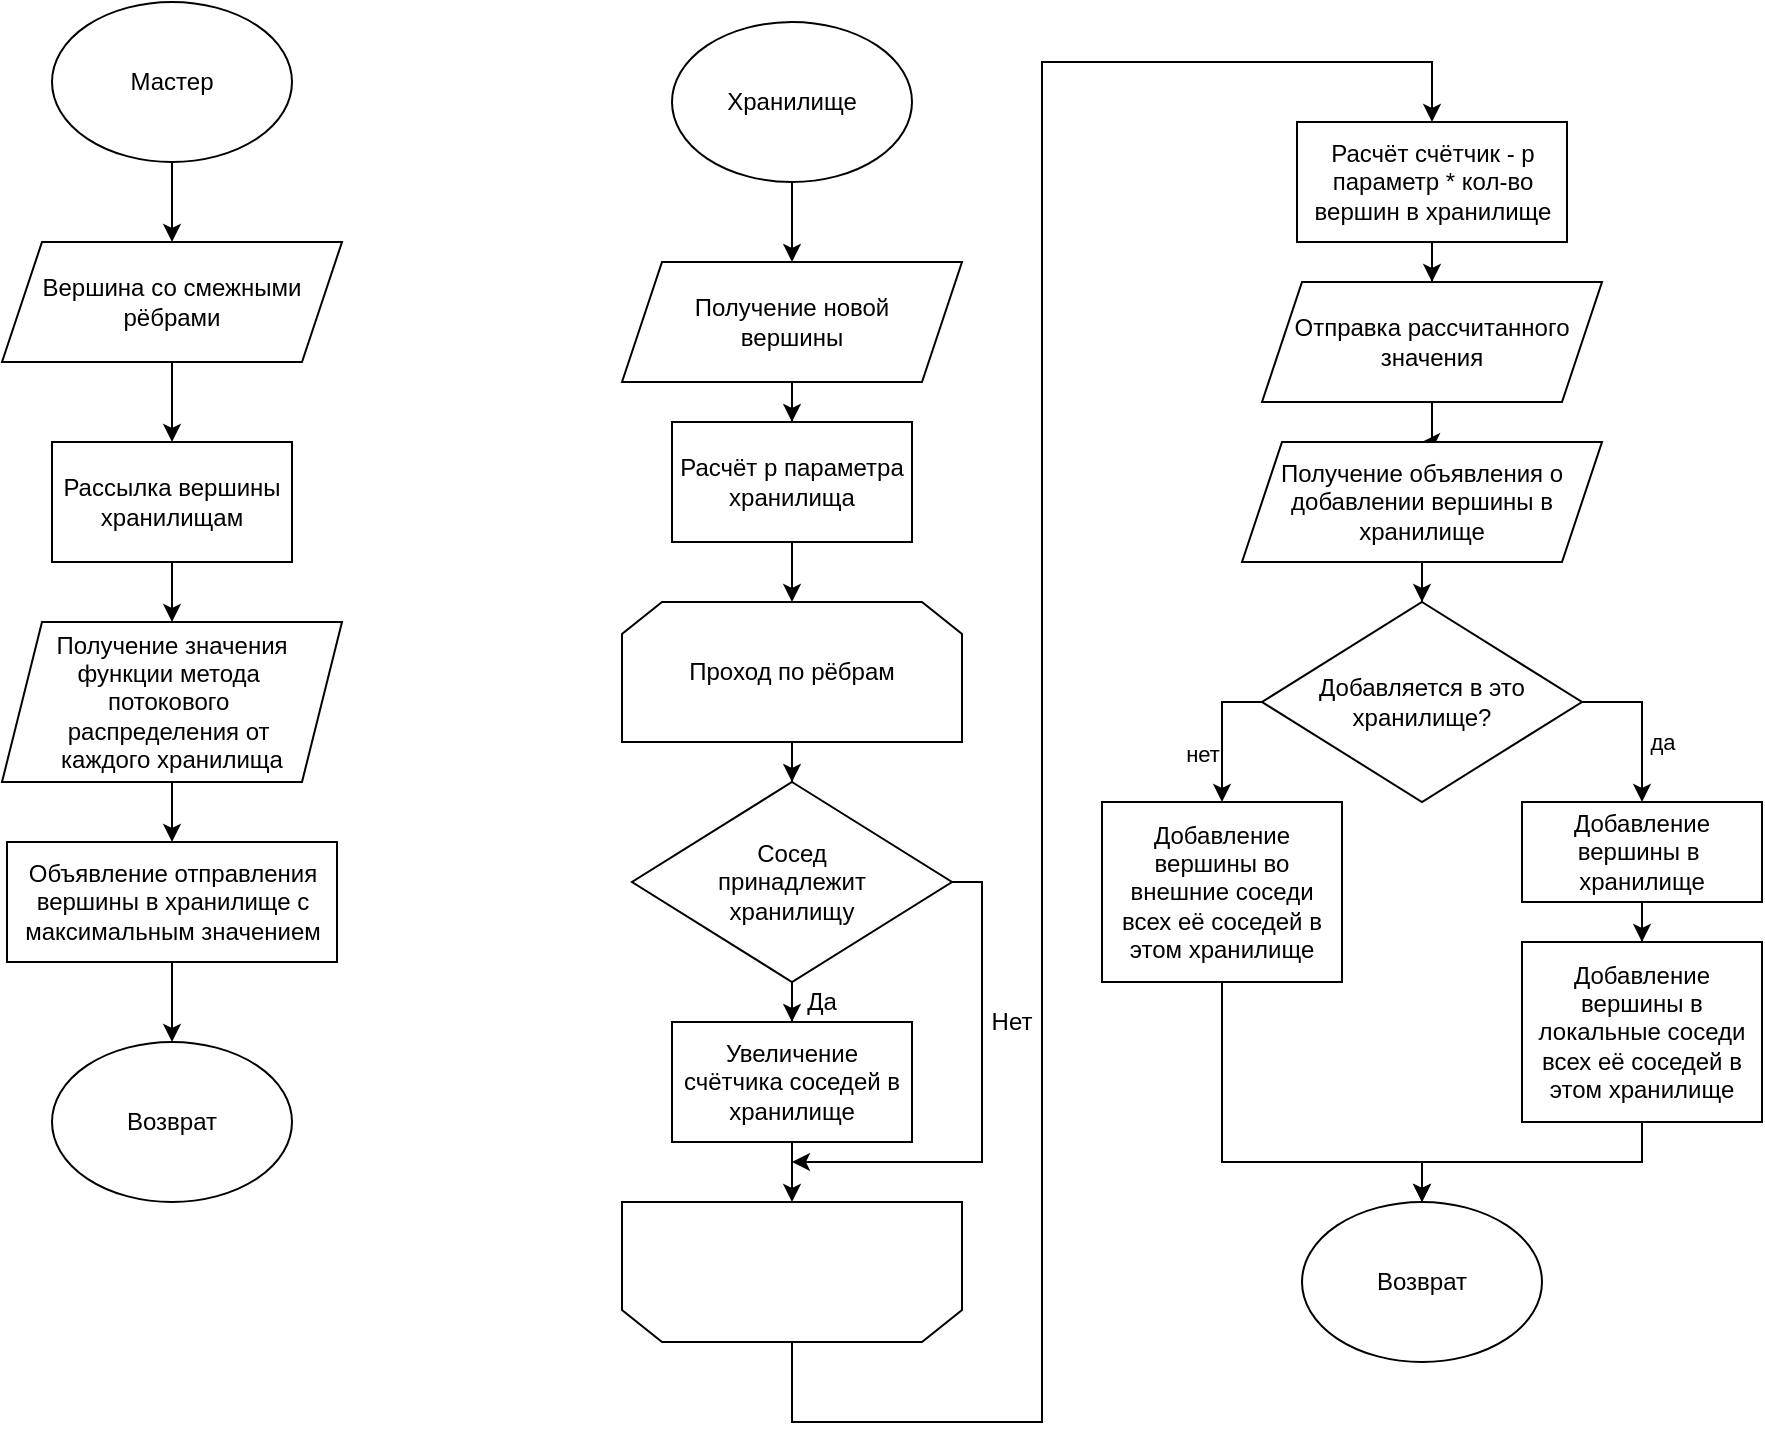
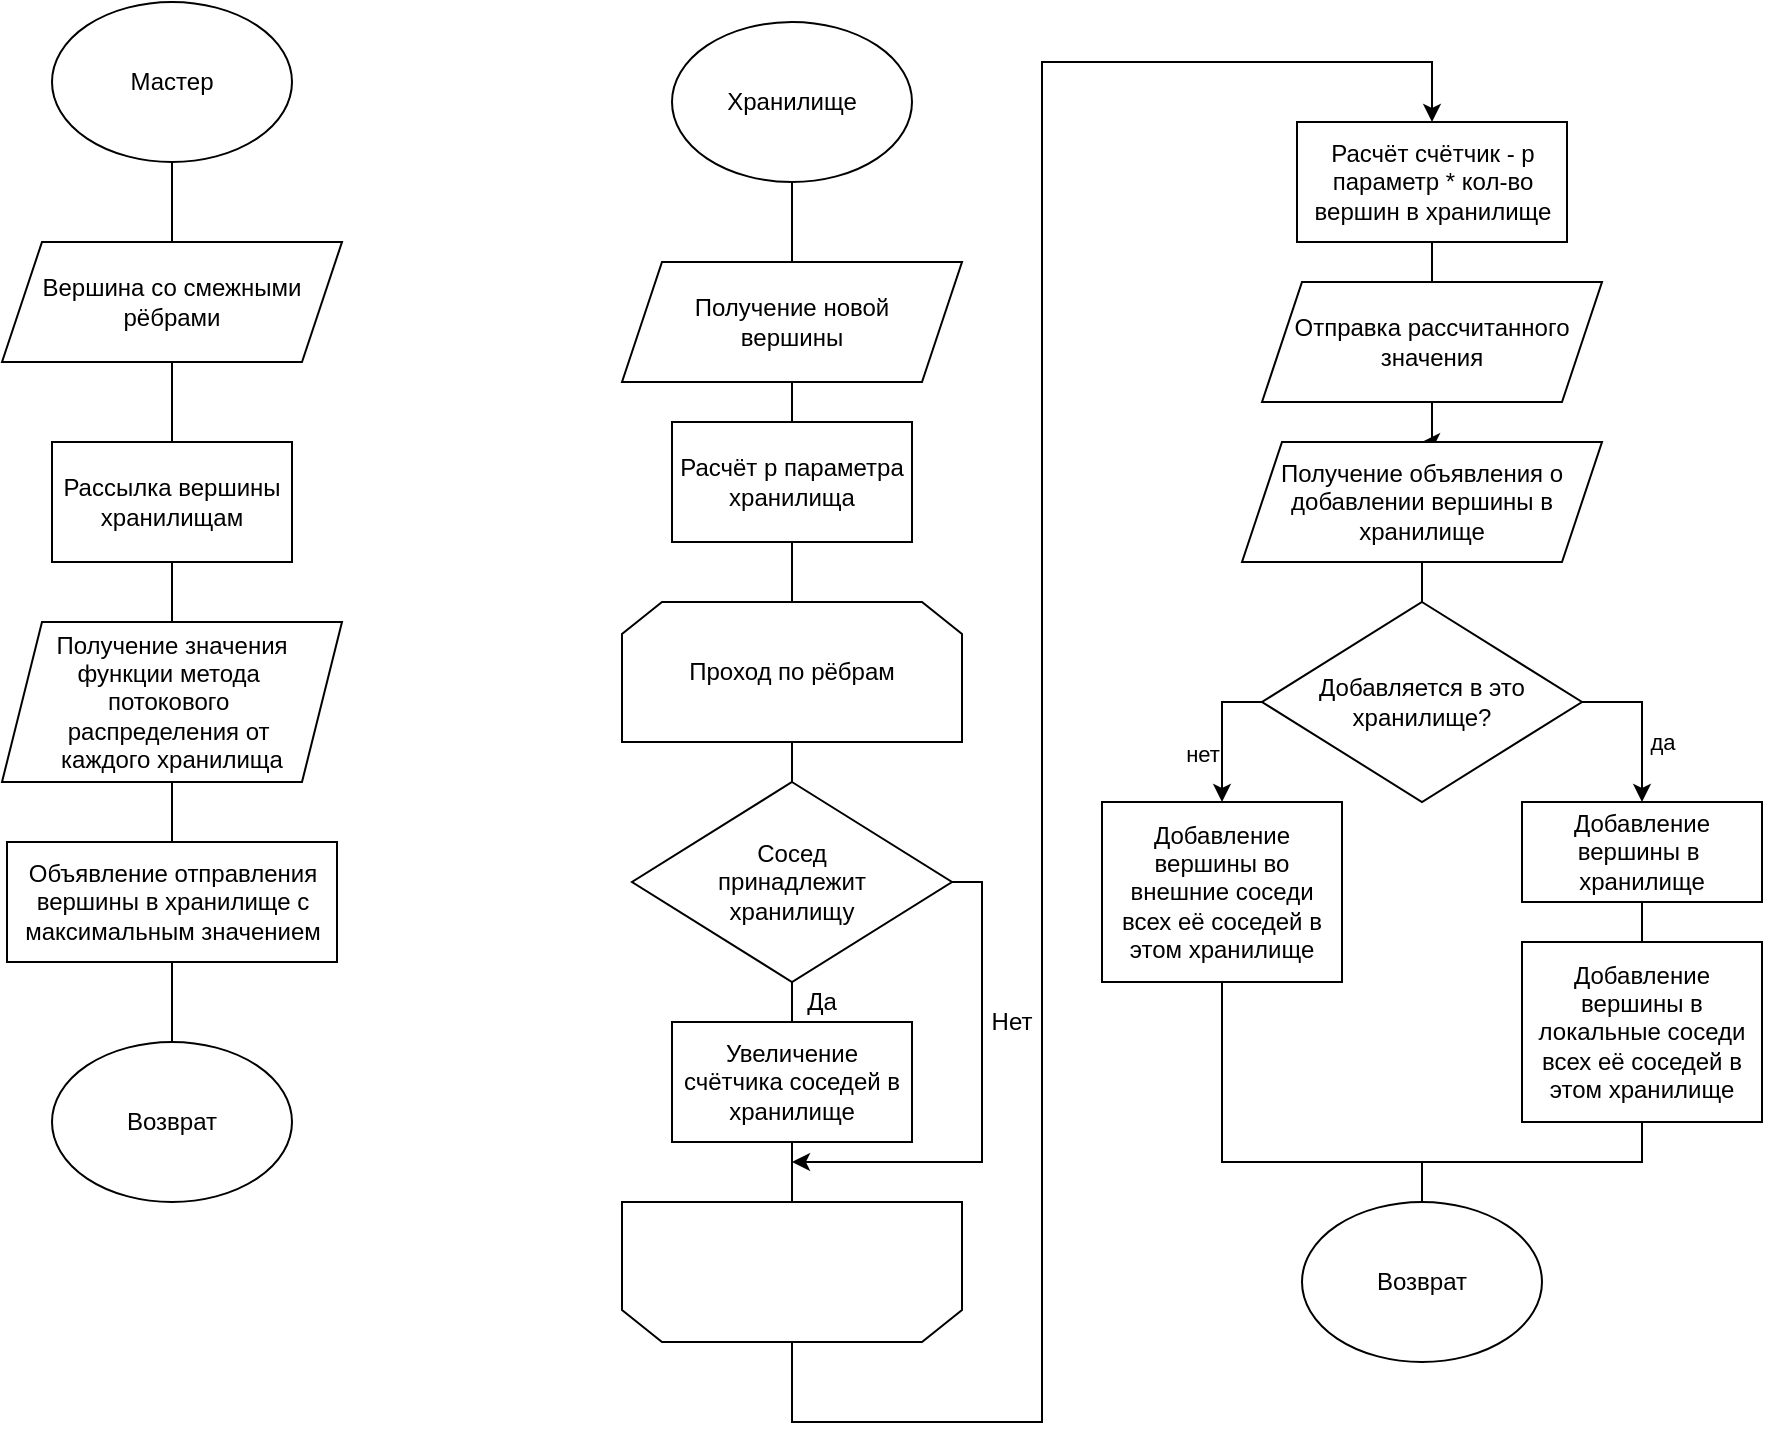
<mxfile host="Electron" agent="Mozilla/5.0 (X11; Linux x86_64) AppleWebKit/537.36 (KHTML, like Gecko) draw.io/29.3.6 Chrome/140.0.7339.249 Electron/38.8.0 Safari/537.36" version="29.3.6" pages="4">
  <diagram name="Fennel" id="-lvFaBhQ1HCBBLHgXXwi">
-     <mxGraphModel dx="826" dy="481" grid="1" gridSize="10" guides="1" tooltips="1" connect="1" arrows="1" fold="1" page="1" pageScale="1" pageWidth="850" pageHeight="1100" math="0" shadow="0">
+     <mxGraphModel dx="1181" dy="687" grid="1" gridSize="10" guides="1" tooltips="1" connect="1" arrows="1" fold="1" page="1" pageScale="1" pageWidth="850" pageHeight="1100" math="0" shadow="0">
      <root>
        <mxCell id="0" />
        <mxCell id="1" parent="0" />
-         <mxCell id="yrJQJbRU6hMhdS2jpaQv-5" edge="1" parent="1" source="yrJQJbRU6hMhdS2jpaQv-2" style="edgeStyle=orthogonalEdgeStyle;rounded=0;orthogonalLoop=1;jettySize=auto;html=1;" target="yrJQJbRU6hMhdS2jpaQv-4" value="">
+         <mxCell id="yrJQJbRU6hMhdS2jpaQv-5" edge="1" parent="1" source="yrJQJbRU6hMhdS2jpaQv-2" style="edgeStyle=orthogonalEdgeStyle;rounded=0;orthogonalLoop=1;jettySize=auto;html=1;endArrow=none;endFill=0;" target="yrJQJbRU6hMhdS2jpaQv-4" value="">
          <mxGeometry relative="1" as="geometry" />
        </mxCell>
        <mxCell id="yrJQJbRU6hMhdS2jpaQv-2" parent="1" style="ellipse;whiteSpace=wrap;html=1;" value="Мастер" vertex="1">
          <mxGeometry height="80" width="120" x="145" y="70" as="geometry" />
        </mxCell>
        <mxCell id="yrJQJbRU6hMhdS2jpaQv-3" parent="1" style="ellipse;whiteSpace=wrap;html=1;" value="Возврат" vertex="1">
          <mxGeometry height="80" width="120" x="145" y="590" as="geometry" />
        </mxCell>
-         <mxCell id="yrJQJbRU6hMhdS2jpaQv-7" edge="1" parent="1" source="yrJQJbRU6hMhdS2jpaQv-4" style="edgeStyle=orthogonalEdgeStyle;rounded=0;orthogonalLoop=1;jettySize=auto;html=1;" target="yrJQJbRU6hMhdS2jpaQv-6" value="">
+         <mxCell id="yrJQJbRU6hMhdS2jpaQv-7" edge="1" parent="1" source="yrJQJbRU6hMhdS2jpaQv-4" style="edgeStyle=orthogonalEdgeStyle;rounded=0;orthogonalLoop=1;jettySize=auto;html=1;endArrow=none;endFill=0;" target="yrJQJbRU6hMhdS2jpaQv-6" value="">
          <mxGeometry relative="1" as="geometry" />
        </mxCell>
        <mxCell id="yrJQJbRU6hMhdS2jpaQv-4" parent="1" style="shape=parallelogram;perimeter=parallelogramPerimeter;whiteSpace=wrap;html=1;fixedSize=1;" value="Вершина со смежными рёбрами" vertex="1">
          <mxGeometry height="60" width="170" x="120" y="190" as="geometry" />
        </mxCell>
-         <mxCell id="yrJQJbRU6hMhdS2jpaQv-9" edge="1" parent="1" source="yrJQJbRU6hMhdS2jpaQv-6" style="edgeStyle=orthogonalEdgeStyle;rounded=0;orthogonalLoop=1;jettySize=auto;html=1;" target="yrJQJbRU6hMhdS2jpaQv-8" value="">
+         <mxCell id="yrJQJbRU6hMhdS2jpaQv-9" edge="1" parent="1" source="yrJQJbRU6hMhdS2jpaQv-6" style="edgeStyle=orthogonalEdgeStyle;rounded=0;orthogonalLoop=1;jettySize=auto;html=1;endArrow=none;endFill=0;" target="yrJQJbRU6hMhdS2jpaQv-8" value="">
          <mxGeometry relative="1" as="geometry" />
        </mxCell>
        <mxCell id="yrJQJbRU6hMhdS2jpaQv-6" parent="1" style="rounded=0;whiteSpace=wrap;html=1;" value="Рассылка вершины хранилищам" vertex="1">
          <mxGeometry height="60" width="120" x="145" y="290" as="geometry" />
        </mxCell>
-         <mxCell id="yrJQJbRU6hMhdS2jpaQv-11" edge="1" parent="1" source="yrJQJbRU6hMhdS2jpaQv-8" style="edgeStyle=orthogonalEdgeStyle;rounded=0;orthogonalLoop=1;jettySize=auto;html=1;" target="yrJQJbRU6hMhdS2jpaQv-10" value="">
+         <mxCell id="yrJQJbRU6hMhdS2jpaQv-11" edge="1" parent="1" source="yrJQJbRU6hMhdS2jpaQv-8" style="edgeStyle=orthogonalEdgeStyle;rounded=0;orthogonalLoop=1;jettySize=auto;html=1;endArrow=none;endFill=0;" target="yrJQJbRU6hMhdS2jpaQv-10" value="">
          <mxGeometry relative="1" as="geometry" />
        </mxCell>
        <mxCell id="yrJQJbRU6hMhdS2jpaQv-8" parent="1" style="shape=parallelogram;perimeter=parallelogramPerimeter;whiteSpace=wrap;html=1;fixedSize=1;" value="Получение значения&lt;div&gt;функции метода&amp;nbsp;&lt;/div&gt;&lt;div&gt;потокового&amp;nbsp;&lt;/div&gt;&lt;div&gt;распределения от&amp;nbsp;&lt;/div&gt;&lt;div&gt;каждого хранилища&lt;/div&gt;" vertex="1">
          <mxGeometry height="80" width="170" x="120" y="380" as="geometry" />
        </mxCell>
-         <mxCell id="yrJQJbRU6hMhdS2jpaQv-12" edge="1" parent="1" source="yrJQJbRU6hMhdS2jpaQv-10" style="edgeStyle=orthogonalEdgeStyle;rounded=0;orthogonalLoop=1;jettySize=auto;html=1;" target="yrJQJbRU6hMhdS2jpaQv-3" value="">
+         <mxCell id="yrJQJbRU6hMhdS2jpaQv-12" edge="1" parent="1" source="yrJQJbRU6hMhdS2jpaQv-10" style="edgeStyle=orthogonalEdgeStyle;rounded=0;orthogonalLoop=1;jettySize=auto;html=1;endArrow=none;endFill=0;" target="yrJQJbRU6hMhdS2jpaQv-3" value="">
          <mxGeometry relative="1" as="geometry" />
        </mxCell>
        <mxCell id="yrJQJbRU6hMhdS2jpaQv-10" parent="1" style="rounded=0;whiteSpace=wrap;html=1;" value="Объявление отправления вершины в хранилище с максимальным значением" vertex="1">
          <mxGeometry height="60" width="165" x="122.5" y="490" as="geometry" />
        </mxCell>
-         <mxCell id="yrJQJbRU6hMhdS2jpaQv-14" edge="1" parent="1" source="yrJQJbRU6hMhdS2jpaQv-15" style="edgeStyle=orthogonalEdgeStyle;rounded=0;orthogonalLoop=1;jettySize=auto;html=1;" target="yrJQJbRU6hMhdS2jpaQv-18" value="">
+         <mxCell id="yrJQJbRU6hMhdS2jpaQv-14" edge="1" parent="1" source="yrJQJbRU6hMhdS2jpaQv-15" style="edgeStyle=orthogonalEdgeStyle;rounded=0;orthogonalLoop=1;jettySize=auto;html=1;endArrow=none;endFill=0;" target="yrJQJbRU6hMhdS2jpaQv-18" value="">
          <mxGeometry relative="1" as="geometry" />
        </mxCell>
        <mxCell id="yrJQJbRU6hMhdS2jpaQv-15" parent="1" style="ellipse;whiteSpace=wrap;html=1;" value="Хранилище" vertex="1">
          <mxGeometry height="80" width="120" x="455" y="80" as="geometry" />
        </mxCell>
        <mxCell id="yrJQJbRU6hMhdS2jpaQv-16" parent="1" style="ellipse;whiteSpace=wrap;html=1;" value="Возврат" vertex="1">
          <mxGeometry height="80" width="120" x="770" y="670" as="geometry" />
        </mxCell>
-         <mxCell id="yrJQJbRU6hMhdS2jpaQv-27" edge="1" parent="1" source="yrJQJbRU6hMhdS2jpaQv-30" style="edgeStyle=orthogonalEdgeStyle;rounded=0;orthogonalLoop=1;jettySize=auto;html=1;" target="yrJQJbRU6hMhdS2jpaQv-26" value="">
+         <mxCell id="yrJQJbRU6hMhdS2jpaQv-27" edge="1" parent="1" source="yrJQJbRU6hMhdS2jpaQv-30" style="edgeStyle=orthogonalEdgeStyle;rounded=0;orthogonalLoop=1;jettySize=auto;html=1;endArrow=none;endFill=0;" target="yrJQJbRU6hMhdS2jpaQv-26" value="">
          <mxGeometry relative="1" as="geometry" />
        </mxCell>
        <mxCell id="yrJQJbRU6hMhdS2jpaQv-18" parent="1" style="shape=parallelogram;perimeter=parallelogramPerimeter;whiteSpace=wrap;html=1;fixedSize=1;" value="Получение новой&lt;div&gt;вершины&lt;/div&gt;" vertex="1">
          <mxGeometry height="60" width="170" x="430" y="200" as="geometry" />
        </mxCell>
-         <mxCell id="yrJQJbRU6hMhdS2jpaQv-29" edge="1" parent="1" source="yrJQJbRU6hMhdS2jpaQv-26" style="edgeStyle=orthogonalEdgeStyle;rounded=0;orthogonalLoop=1;jettySize=auto;html=1;" target="yrJQJbRU6hMhdS2jpaQv-28" value="">
+         <mxCell id="yrJQJbRU6hMhdS2jpaQv-29" edge="1" parent="1" source="yrJQJbRU6hMhdS2jpaQv-26" style="edgeStyle=orthogonalEdgeStyle;rounded=0;orthogonalLoop=1;jettySize=auto;html=1;endArrow=none;endFill=0;" target="yrJQJbRU6hMhdS2jpaQv-28" value="">
          <mxGeometry relative="1" as="geometry" />
        </mxCell>
        <mxCell id="yrJQJbRU6hMhdS2jpaQv-26" parent="1" style="shape=loopLimit;whiteSpace=wrap;html=1;" value="Проход по рёбрам" vertex="1">
          <mxGeometry height="70" width="170" x="430" y="370" as="geometry" />
        </mxCell>
-         <mxCell id="yrJQJbRU6hMhdS2jpaQv-33" edge="1" parent="1" source="yrJQJbRU6hMhdS2jpaQv-28" style="edgeStyle=orthogonalEdgeStyle;rounded=0;orthogonalLoop=1;jettySize=auto;html=1;" target="yrJQJbRU6hMhdS2jpaQv-32" value="">
+         <mxCell id="yrJQJbRU6hMhdS2jpaQv-33" edge="1" parent="1" source="yrJQJbRU6hMhdS2jpaQv-28" style="edgeStyle=orthogonalEdgeStyle;rounded=0;orthogonalLoop=1;jettySize=auto;html=1;endArrow=none;endFill=0;" target="yrJQJbRU6hMhdS2jpaQv-32" value="">
          <mxGeometry relative="1" as="geometry" />
        </mxCell>
        <mxCell id="yrJQJbRU6hMhdS2jpaQv-36" edge="1" parent="1" source="yrJQJbRU6hMhdS2jpaQv-28" style="edgeStyle=orthogonalEdgeStyle;rounded=0;orthogonalLoop=1;jettySize=auto;html=1;">
          <mxGeometry relative="1" as="geometry">
            <Array as="points">
              <mxPoint x="610" y="510" />
              <mxPoint x="610" y="650" />
            </Array>
            <mxPoint x="515" y="650" as="targetPoint" />
          </mxGeometry>
        </mxCell>
        <mxCell id="yrJQJbRU6hMhdS2jpaQv-28" parent="1" style="rhombus;whiteSpace=wrap;html=1;" value="Сосед&lt;div&gt;принадлежит&lt;/div&gt;&lt;div&gt;хранилищу&lt;/div&gt;" vertex="1">
          <mxGeometry height="100" width="160" x="435" y="460" as="geometry" />
        </mxCell>
-         <mxCell id="yrJQJbRU6hMhdS2jpaQv-31" edge="1" parent="1" source="yrJQJbRU6hMhdS2jpaQv-18" style="edgeStyle=orthogonalEdgeStyle;rounded=0;orthogonalLoop=1;jettySize=auto;html=1;" target="yrJQJbRU6hMhdS2jpaQv-30" value="">
+         <mxCell id="yrJQJbRU6hMhdS2jpaQv-31" edge="1" parent="1" source="yrJQJbRU6hMhdS2jpaQv-18" style="edgeStyle=orthogonalEdgeStyle;rounded=0;orthogonalLoop=1;jettySize=auto;html=1;endArrow=none;endFill=0;" target="yrJQJbRU6hMhdS2jpaQv-30" value="">
          <mxGeometry relative="1" as="geometry">
            <mxPoint x="515" y="260" as="sourcePoint" />
            <mxPoint x="515" y="370" as="targetPoint" />
          </mxGeometry>
        </mxCell>
        <mxCell id="yrJQJbRU6hMhdS2jpaQv-30" parent="1" style="rounded=0;whiteSpace=wrap;html=1;" value="Расчёт p параметра хранилища" vertex="1">
          <mxGeometry height="60" width="120" x="455" y="280" as="geometry" />
        </mxCell>
-         <mxCell id="yrJQJbRU6hMhdS2jpaQv-35" edge="1" parent="1" source="yrJQJbRU6hMhdS2jpaQv-32" style="edgeStyle=orthogonalEdgeStyle;rounded=0;orthogonalLoop=1;jettySize=auto;html=1;" target="yrJQJbRU6hMhdS2jpaQv-34" value="">
+         <mxCell id="yrJQJbRU6hMhdS2jpaQv-35" edge="1" parent="1" source="yrJQJbRU6hMhdS2jpaQv-32" style="edgeStyle=orthogonalEdgeStyle;rounded=0;orthogonalLoop=1;jettySize=auto;html=1;endArrow=none;endFill=0;" target="yrJQJbRU6hMhdS2jpaQv-34" value="">
          <mxGeometry relative="1" as="geometry" />
        </mxCell>
        <mxCell id="yrJQJbRU6hMhdS2jpaQv-32" parent="1" style="rounded=0;whiteSpace=wrap;html=1;" value="Увеличение счётчика соседей в хранилище" vertex="1">
          <mxGeometry height="60" width="120" x="455" y="580" as="geometry" />
        </mxCell>
        <mxCell id="yrJQJbRU6hMhdS2jpaQv-34" parent="1" style="shape=loopLimit;whiteSpace=wrap;html=1;size=20;rotation=-180;" value="" vertex="1">
          <mxGeometry height="70" width="170" x="430" y="670" as="geometry" />
        </mxCell>
        <mxCell id="yrJQJbRU6hMhdS2jpaQv-38" parent="1" style="text;html=1;whiteSpace=wrap;strokeColor=none;fillColor=none;align=center;verticalAlign=middle;rounded=0;" value="Да" vertex="1">
-           <mxGeometry height="20" width="60" x="500" y="560" as="geometry" />
+           <mxGeometry height="20" width="20" x="520" y="560" as="geometry" />
        </mxCell>
        <mxCell id="yrJQJbRU6hMhdS2jpaQv-39" parent="1" style="text;html=1;whiteSpace=wrap;strokeColor=none;fillColor=none;align=center;verticalAlign=middle;rounded=0;" value="Нет" vertex="1">
          <mxGeometry height="20" width="30" x="610" y="570" as="geometry" />
        </mxCell>
        <mxCell id="yrJQJbRU6hMhdS2jpaQv-41" edge="1" parent="1" source="yrJQJbRU6hMhdS2jpaQv-34" style="edgeStyle=orthogonalEdgeStyle;rounded=0;orthogonalLoop=1;jettySize=auto;html=1;" target="yrJQJbRU6hMhdS2jpaQv-40" value="">
          <mxGeometry relative="1" as="geometry">
            <Array as="points">
              <mxPoint x="515" y="780" />
              <mxPoint x="640" y="780" />
              <mxPoint x="640" y="100" />
              <mxPoint x="835" y="100" />
            </Array>
            <mxPoint x="515" y="740" as="sourcePoint" />
            <mxPoint x="515" y="870" as="targetPoint" />
          </mxGeometry>
        </mxCell>
        <mxCell id="yrJQJbRU6hMhdS2jpaQv-40" parent="1" style="rounded=0;whiteSpace=wrap;html=1;" value="Расчёт счётчик - p параметр * кол-во вершин в хранилище" vertex="1">
          <mxGeometry height="60" width="135" x="767.5" y="130" as="geometry" />
        </mxCell>
-         <mxCell id="yrJQJbRU6hMhdS2jpaQv-43" edge="1" parent="1" source="yrJQJbRU6hMhdS2jpaQv-40" style="edgeStyle=orthogonalEdgeStyle;rounded=0;orthogonalLoop=1;jettySize=auto;html=1;" target="yrJQJbRU6hMhdS2jpaQv-42" value="">
+         <mxCell id="yrJQJbRU6hMhdS2jpaQv-43" edge="1" parent="1" source="yrJQJbRU6hMhdS2jpaQv-40" style="edgeStyle=orthogonalEdgeStyle;rounded=0;orthogonalLoop=1;jettySize=auto;html=1;endArrow=none;endFill=0;" target="yrJQJbRU6hMhdS2jpaQv-42" value="">
          <mxGeometry relative="1" as="geometry">
            <mxPoint x="835" y="190" as="sourcePoint" />
            <mxPoint x="835" y="330" as="targetPoint" />
          </mxGeometry>
        </mxCell>
        <mxCell id="yrJQJbRU6hMhdS2jpaQv-42" parent="1" style="shape=parallelogram;perimeter=parallelogramPerimeter;whiteSpace=wrap;html=1;fixedSize=1;" value="Отправка рассчитанного значения" vertex="1">
          <mxGeometry height="60" width="170" x="750" y="210" as="geometry" />
        </mxCell>
        <mxCell id="yrJQJbRU6hMhdS2jpaQv-49" edge="1" parent="1" source="yrJQJbRU6hMhdS2jpaQv-42" style="edgeStyle=orthogonalEdgeStyle;rounded=0;orthogonalLoop=1;jettySize=auto;html=1;" target="yrJQJbRU6hMhdS2jpaQv-48" value="">
          <mxGeometry relative="1" as="geometry">
            <mxPoint x="835" y="270" as="sourcePoint" />
            <mxPoint x="835" y="420" as="targetPoint" />
          </mxGeometry>
        </mxCell>
        <mxCell id="yrJQJbRU6hMhdS2jpaQv-48" parent="1" style="shape=parallelogram;perimeter=parallelogramPerimeter;whiteSpace=wrap;html=1;fixedSize=1;" value="Получение объявления о добавлении вершины в хранилище" vertex="1">
          <mxGeometry height="60" width="180" x="740" y="290" as="geometry" />
        </mxCell>
-         <mxCell id="yrJQJbRU6hMhdS2jpaQv-51" edge="1" parent="1" source="yrJQJbRU6hMhdS2jpaQv-48" style="edgeStyle=orthogonalEdgeStyle;rounded=0;orthogonalLoop=1;jettySize=auto;html=1;" target="yrJQJbRU6hMhdS2jpaQv-50" value="">
+         <mxCell id="yrJQJbRU6hMhdS2jpaQv-51" edge="1" parent="1" source="yrJQJbRU6hMhdS2jpaQv-48" style="edgeStyle=orthogonalEdgeStyle;rounded=0;orthogonalLoop=1;jettySize=auto;html=1;endArrow=none;endFill=0;" target="yrJQJbRU6hMhdS2jpaQv-50" value="">
          <mxGeometry relative="1" as="geometry">
            <mxPoint x="830" y="350" as="sourcePoint" />
            <mxPoint x="830" y="490" as="targetPoint" />
          </mxGeometry>
        </mxCell>
        <mxCell id="yrJQJbRU6hMhdS2jpaQv-55" edge="1" parent="1" source="yrJQJbRU6hMhdS2jpaQv-50" style="edgeStyle=orthogonalEdgeStyle;rounded=0;orthogonalLoop=1;jettySize=auto;html=1;" target="yrJQJbRU6hMhdS2jpaQv-52">
          <mxGeometry relative="1" as="geometry">
            <Array as="points">
              <mxPoint x="730" y="420" />
            </Array>
          </mxGeometry>
        </mxCell>
        <mxCell id="yrJQJbRU6hMhdS2jpaQv-60" connectable="0" parent="yrJQJbRU6hMhdS2jpaQv-55" style="edgeLabel;html=1;align=center;verticalAlign=middle;resizable=0;points=[];" value="нет" vertex="1">
          <mxGeometry relative="1" x="0.3183" y="1" as="geometry">
            <mxPoint x="-11" as="offset" />
          </mxGeometry>
        </mxCell>
        <mxCell id="yrJQJbRU6hMhdS2jpaQv-56" edge="1" parent="1" source="yrJQJbRU6hMhdS2jpaQv-50" style="edgeStyle=orthogonalEdgeStyle;rounded=0;orthogonalLoop=1;jettySize=auto;html=1;" target="yrJQJbRU6hMhdS2jpaQv-54">
          <mxGeometry relative="1" as="geometry">
            <Array as="points">
              <mxPoint x="940" y="420" />
            </Array>
          </mxGeometry>
        </mxCell>
        <mxCell id="yrJQJbRU6hMhdS2jpaQv-61" connectable="0" parent="yrJQJbRU6hMhdS2jpaQv-56" style="edgeLabel;html=1;align=center;verticalAlign=middle;resizable=0;points=[];" value="да" vertex="1">
          <mxGeometry relative="1" x="0.3182" y="1" as="geometry">
            <mxPoint x="9" y="-3" as="offset" />
          </mxGeometry>
        </mxCell>
        <mxCell id="yrJQJbRU6hMhdS2jpaQv-50" parent="1" style="rhombus;whiteSpace=wrap;html=1;" value="Добавляется в это хранилище?" vertex="1">
          <mxGeometry height="100" width="160" x="750" y="370" as="geometry" />
        </mxCell>
-         <mxCell id="yrJQJbRU6hMhdS2jpaQv-59" edge="1" parent="1" source="yrJQJbRU6hMhdS2jpaQv-52" style="edgeStyle=orthogonalEdgeStyle;rounded=0;orthogonalLoop=1;jettySize=auto;html=1;" target="yrJQJbRU6hMhdS2jpaQv-16">
+         <mxCell id="yrJQJbRU6hMhdS2jpaQv-59" edge="1" parent="1" source="yrJQJbRU6hMhdS2jpaQv-52" style="edgeStyle=orthogonalEdgeStyle;rounded=0;orthogonalLoop=1;jettySize=auto;html=1;endArrow=none;endFill=0;" target="yrJQJbRU6hMhdS2jpaQv-16">
          <mxGeometry relative="1" as="geometry">
            <Array as="points">
              <mxPoint x="730" y="650" />
              <mxPoint x="830" y="650" />
            </Array>
          </mxGeometry>
        </mxCell>
        <mxCell id="yrJQJbRU6hMhdS2jpaQv-52" parent="1" style="rounded=0;whiteSpace=wrap;html=1;" value="Добавление вершины во внешние соседи всех её соседей в этом хранилище" vertex="1">
          <mxGeometry height="90" width="120" x="670" y="470" as="geometry" />
        </mxCell>
-         <mxCell id="yrJQJbRU6hMhdS2jpaQv-58" edge="1" parent="1" source="yrJQJbRU6hMhdS2jpaQv-53" style="edgeStyle=orthogonalEdgeStyle;rounded=0;orthogonalLoop=1;jettySize=auto;html=1;entryX=0.5;entryY=0;entryDx=0;entryDy=0;" target="yrJQJbRU6hMhdS2jpaQv-16">
+         <mxCell id="yrJQJbRU6hMhdS2jpaQv-58" edge="1" parent="1" source="yrJQJbRU6hMhdS2jpaQv-53" style="edgeStyle=orthogonalEdgeStyle;rounded=0;orthogonalLoop=1;jettySize=auto;html=1;entryX=0.5;entryY=0;entryDx=0;entryDy=0;endArrow=none;endFill=0;" target="yrJQJbRU6hMhdS2jpaQv-16">
          <mxGeometry relative="1" as="geometry">
            <Array as="points">
              <mxPoint x="940" y="650" />
              <mxPoint x="830" y="650" />
            </Array>
          </mxGeometry>
        </mxCell>
        <mxCell id="yrJQJbRU6hMhdS2jpaQv-53" parent="1" style="rounded=0;whiteSpace=wrap;html=1;" value="Добавление вершины в локальные соседи всех её соседей в этом хранилище" vertex="1">
          <mxGeometry height="90" width="120" x="880" y="540" as="geometry" />
        </mxCell>
-         <mxCell id="yrJQJbRU6hMhdS2jpaQv-57" edge="1" parent="1" source="yrJQJbRU6hMhdS2jpaQv-54" style="edgeStyle=orthogonalEdgeStyle;rounded=0;orthogonalLoop=1;jettySize=auto;html=1;" target="yrJQJbRU6hMhdS2jpaQv-53" value="">
+         <mxCell id="yrJQJbRU6hMhdS2jpaQv-57" edge="1" parent="1" source="yrJQJbRU6hMhdS2jpaQv-54" style="edgeStyle=orthogonalEdgeStyle;rounded=0;orthogonalLoop=1;jettySize=auto;html=1;endArrow=none;endFill=0;" target="yrJQJbRU6hMhdS2jpaQv-53" value="">
          <mxGeometry relative="1" as="geometry" />
        </mxCell>
        <mxCell id="yrJQJbRU6hMhdS2jpaQv-54" parent="1" style="rounded=0;whiteSpace=wrap;html=1;" value="Добавление вершины в&amp;nbsp; хранилище" vertex="1">
          <mxGeometry height="50" width="120" x="880" y="470" as="geometry" />
        </mxCell>
      </root>
    </mxGraphModel>
  </diagram>
  <diagram id="AFdBUSo-wU7JPsdofgsX" name="KL">
-     <mxGraphModel dx="689" dy="401" grid="1" gridSize="10" guides="1" tooltips="1" connect="1" arrows="1" fold="1" page="1" pageScale="1" pageWidth="850" pageHeight="1100" math="0" shadow="0">
+     <mxGraphModel dx="2431" dy="1415" grid="1" gridSize="10" guides="1" tooltips="1" connect="1" arrows="1" fold="1" page="1" pageScale="1" pageWidth="850" pageHeight="1100" math="0" shadow="0">
      <root>
        <mxCell id="0" />
        <mxCell id="1" parent="0" />
-         <mxCell id="ghDOItCZQycpmSH2Vc80-5" edge="1" parent="1" source="ghDOItCZQycpmSH2Vc80-1" style="edgeStyle=orthogonalEdgeStyle;rounded=0;orthogonalLoop=1;jettySize=auto;html=1;" target="ghDOItCZQycpmSH2Vc80-4" value="">
+         <mxCell id="ghDOItCZQycpmSH2Vc80-5" edge="1" parent="1" source="ghDOItCZQycpmSH2Vc80-1" style="edgeStyle=orthogonalEdgeStyle;rounded=0;orthogonalLoop=1;jettySize=auto;html=1;endArrow=none;endFill=0;" target="ghDOItCZQycpmSH2Vc80-4" value="">
          <mxGeometry relative="1" as="geometry" />
        </mxCell>
        <mxCell id="ghDOItCZQycpmSH2Vc80-1" parent="1" style="ellipse;whiteSpace=wrap;html=1;" value="Хранилище" vertex="1">
          <mxGeometry height="80" width="120" x="200" y="60" as="geometry" />
        </mxCell>
-         <mxCell id="ghDOItCZQycpmSH2Vc80-9" edge="1" parent="1" source="ghDOItCZQycpmSH2Vc80-14" style="edgeStyle=orthogonalEdgeStyle;rounded=0;orthogonalLoop=1;jettySize=auto;html=1;" target="ghDOItCZQycpmSH2Vc80-8" value="">
+         <mxCell id="ghDOItCZQycpmSH2Vc80-9" edge="1" parent="1" source="ghDOItCZQycpmSH2Vc80-14" style="edgeStyle=orthogonalEdgeStyle;rounded=0;orthogonalLoop=1;jettySize=auto;html=1;endArrow=none;endFill=0;" target="ghDOItCZQycpmSH2Vc80-8" value="">
          <mxGeometry relative="1" as="geometry" />
        </mxCell>
        <mxCell id="ghDOItCZQycpmSH2Vc80-4" parent="1" style="shape=parallelogram;perimeter=parallelogramPerimeter;whiteSpace=wrap;html=1;fixedSize=1;" value="Рассылка сообщения о блокировании хранилищ на перебалансировку" vertex="1">
          <mxGeometry height="60" width="210" x="155" y="170" as="geometry" />
        </mxCell>
-         <mxCell id="ghDOItCZQycpmSH2Vc80-40" edge="1" parent="1" source="ghDOItCZQycpmSH2Vc80-8" style="edgeStyle=orthogonalEdgeStyle;rounded=0;orthogonalLoop=1;jettySize=auto;html=1;" target="ghDOItCZQycpmSH2Vc80-33" value="">
-           <mxGeometry relative="1" as="geometry" />
-         </mxCell>
-         <mxCell id="ghDOItCZQycpmSH2Vc80-8" parent="1" style="shape=loopLimit;whiteSpace=wrap;html=1;" value="Итерации пока не останется вершин для перемещения или не будет достигнут лимит итераций" vertex="1">
+         <mxCell id="ghDOItCZQycpmSH2Vc80-40" edge="1" parent="1" source="ghDOItCZQycpmSH2Vc80-8" style="edgeStyle=orthogonalEdgeStyle;rounded=0;orthogonalLoop=1;jettySize=auto;html=1;endArrow=none;endFill=0;" target="ghDOItCZQycpmSH2Vc80-33" value="">
+           <mxGeometry relative="1" as="geometry" />
+         </mxCell>
+         <mxCell id="ghDOItCZQycpmSH2Vc80-8" parent="1" style="shape=loopLimit;whiteSpace=wrap;html=1;" value="Цикл 1: Итерации пока не останется вершин для перемещения или не будет достигнут лимит итераций" vertex="1">
          <mxGeometry height="80" width="205" x="157.5" y="410" as="geometry" />
        </mxCell>
-         <mxCell id="ghDOItCZQycpmSH2Vc80-11" edge="1" parent="1" source="ghDOItCZQycpmSH2Vc80-4" style="edgeStyle=orthogonalEdgeStyle;rounded=0;orthogonalLoop=1;jettySize=auto;html=1;" target="ghDOItCZQycpmSH2Vc80-10" value="">
+         <mxCell id="ghDOItCZQycpmSH2Vc80-11" edge="1" parent="1" source="ghDOItCZQycpmSH2Vc80-4" style="edgeStyle=orthogonalEdgeStyle;rounded=0;orthogonalLoop=1;jettySize=auto;html=1;endArrow=none;endFill=0;" target="ghDOItCZQycpmSH2Vc80-10" value="">
          <mxGeometry relative="1" as="geometry">
            <mxPoint x="260" y="230" as="sourcePoint" />
            <mxPoint x="263" y="370" as="targetPoint" />
          </mxGeometry>
        </mxCell>
        <mxCell id="ghDOItCZQycpmSH2Vc80-10" parent="1" style="rounded=0;whiteSpace=wrap;html=1;" value="Определение вершин на границе между хранилищами" vertex="1">
          <mxGeometry height="60" width="146" x="187" y="250" as="geometry" />
        </mxCell>
-         <mxCell id="ghDOItCZQycpmSH2Vc80-15" edge="1" parent="1" source="ghDOItCZQycpmSH2Vc80-10" style="edgeStyle=orthogonalEdgeStyle;rounded=0;orthogonalLoop=1;jettySize=auto;html=1;" target="ghDOItCZQycpmSH2Vc80-14" value="">
+         <mxCell id="ghDOItCZQycpmSH2Vc80-15" edge="1" parent="1" source="ghDOItCZQycpmSH2Vc80-10" style="edgeStyle=orthogonalEdgeStyle;rounded=0;orthogonalLoop=1;jettySize=auto;html=1;endArrow=none;endFill=0;" target="ghDOItCZQycpmSH2Vc80-14" value="">
          <mxGeometry relative="1" as="geometry">
            <mxPoint x="260" y="310" as="sourcePoint" />
            <mxPoint x="260" y="400" as="targetPoint" />
          </mxGeometry>
        </mxCell>
        <mxCell id="ghDOItCZQycpmSH2Vc80-14" parent="1" style="rounded=0;whiteSpace=wrap;html=1;" value="Расчёт g_v для всех граничных вершин" vertex="1">
          <mxGeometry height="60" width="146" x="187" y="330" as="geometry" />
        </mxCell>
-         <mxCell id="ghDOItCZQycpmSH2Vc80-25" edge="1" parent="1" source="ghDOItCZQycpmSH2Vc80-22" style="edgeStyle=orthogonalEdgeStyle;rounded=0;orthogonalLoop=1;jettySize=auto;html=1;" target="ghDOItCZQycpmSH2Vc80-24" value="">
+         <mxCell id="ghDOItCZQycpmSH2Vc80-25" edge="1" parent="1" source="ghDOItCZQycpmSH2Vc80-22" style="edgeStyle=orthogonalEdgeStyle;rounded=0;orthogonalLoop=1;jettySize=auto;html=1;endArrow=none;endFill=0;" target="ghDOItCZQycpmSH2Vc80-24" value="">
          <mxGeometry relative="1" as="geometry" />
        </mxCell>
        <mxCell id="ghDOItCZQycpmSH2Vc80-22" parent="1" style="shape=loopLimit;whiteSpace=wrap;html=1;rotation=-180;" value="" vertex="1">
          <mxGeometry height="40" width="205" x="460" y="480" as="geometry" />
        </mxCell>
        <mxCell id="ghDOItCZQycpmSH2Vc80-24" parent="1" style="ellipse;whiteSpace=wrap;html=1;" value="Возврат" vertex="1">
          <mxGeometry height="80" width="120" x="502.5" y="550" as="geometry" />
        </mxCell>
-         <mxCell id="ghDOItCZQycpmSH2Vc80-28" edge="1" parent="1" source="ghDOItCZQycpmSH2Vc80-29" style="edgeStyle=orthogonalEdgeStyle;rounded=0;orthogonalLoop=1;jettySize=auto;html=1;" target="ghDOItCZQycpmSH2Vc80-31" value="">
+         <mxCell id="ghDOItCZQycpmSH2Vc80-28" edge="1" parent="1" source="ghDOItCZQycpmSH2Vc80-29" style="edgeStyle=orthogonalEdgeStyle;rounded=0;orthogonalLoop=1;jettySize=auto;html=1;endArrow=none;endFill=0;" target="ghDOItCZQycpmSH2Vc80-31" value="">
          <mxGeometry relative="1" as="geometry" />
        </mxCell>
        <mxCell id="ghDOItCZQycpmSH2Vc80-29" parent="1" style="rounded=0;whiteSpace=wrap;html=1;" value="Перемещение вершины и пометка её как перемещённой" vertex="1">
          <mxGeometry height="60" width="130" x="497.5" y="170" as="geometry" />
        </mxCell>
-         <mxCell id="ghDOItCZQycpmSH2Vc80-30" edge="1" parent="1" source="ghDOItCZQycpmSH2Vc80-31" style="edgeStyle=orthogonalEdgeStyle;rounded=0;orthogonalLoop=1;jettySize=auto;html=1;" target="ghDOItCZQycpmSH2Vc80-32" value="">
+         <mxCell id="ghDOItCZQycpmSH2Vc80-30" edge="1" parent="1" source="ghDOItCZQycpmSH2Vc80-31" style="edgeStyle=orthogonalEdgeStyle;rounded=0;orthogonalLoop=1;jettySize=auto;html=1;endArrow=none;endFill=0;" target="ghDOItCZQycpmSH2Vc80-32" value="">
          <mxGeometry relative="1" as="geometry" />
        </mxCell>
        <mxCell id="ghDOItCZQycpmSH2Vc80-31" parent="1" style="rounded=0;whiteSpace=wrap;html=1;" value="Обновление списка граничных вершин" vertex="1">
          <mxGeometry height="60" width="130" x="497.5" y="250" as="geometry" />
        </mxCell>
-         <mxCell id="ghDOItCZQycpmSH2Vc80-39" edge="1" parent="1" source="ghDOItCZQycpmSH2Vc80-32" style="edgeStyle=orthogonalEdgeStyle;rounded=0;orthogonalLoop=1;jettySize=auto;html=1;" target="ghDOItCZQycpmSH2Vc80-38" value="">
+         <mxCell id="ghDOItCZQycpmSH2Vc80-39" edge="1" parent="1" source="ghDOItCZQycpmSH2Vc80-32" style="edgeStyle=orthogonalEdgeStyle;rounded=0;orthogonalLoop=1;jettySize=auto;html=1;endArrow=none;endFill=0;" target="ghDOItCZQycpmSH2Vc80-38" value="">
          <mxGeometry relative="1" as="geometry" />
        </mxCell>
        <mxCell id="ghDOItCZQycpmSH2Vc80-32" parent="1" style="rounded=0;whiteSpace=wrap;html=1;" value="Перерасчёт g_v для связанных с перемещёнными граничными вершинами" vertex="1">
          <mxGeometry height="60" width="155" x="485" y="330" as="geometry" />
        </mxCell>
        <mxCell id="ghDOItCZQycpmSH2Vc80-35" edge="1" parent="1" source="ghDOItCZQycpmSH2Vc80-33" style="edgeStyle=orthogonalEdgeStyle;rounded=0;orthogonalLoop=1;jettySize=auto;html=1;" target="ghDOItCZQycpmSH2Vc80-34" value="">
          <mxGeometry relative="1" as="geometry">
            <Array as="points">
              <mxPoint x="260" y="660" />
              <mxPoint x="400" y="660" />
              <mxPoint x="400" y="50" />
              <mxPoint x="563" y="50" />
            </Array>
          </mxGeometry>
        </mxCell>
-         <mxCell id="ghDOItCZQycpmSH2Vc80-33" parent="1" style="shape=loopLimit;whiteSpace=wrap;html=1;" value="Прохождение по всем граничным вершинам" vertex="1">
+         <mxCell id="ghDOItCZQycpmSH2Vc80-33" parent="1" style="shape=loopLimit;whiteSpace=wrap;html=1;" value="Цикл 2: Прохождение по всем граничным вершинам" vertex="1">
          <mxGeometry height="80" width="205" x="157.5" y="510" as="geometry" />
        </mxCell>
-         <mxCell id="ghDOItCZQycpmSH2Vc80-37" edge="1" parent="1" source="ghDOItCZQycpmSH2Vc80-34" style="edgeStyle=orthogonalEdgeStyle;rounded=0;orthogonalLoop=1;jettySize=auto;html=1;" target="ghDOItCZQycpmSH2Vc80-29" value="">
+         <mxCell id="ghDOItCZQycpmSH2Vc80-37" edge="1" parent="1" source="ghDOItCZQycpmSH2Vc80-34" style="edgeStyle=orthogonalEdgeStyle;rounded=0;orthogonalLoop=1;jettySize=auto;html=1;endArrow=none;endFill=0;" target="ghDOItCZQycpmSH2Vc80-29" value="">
          <mxGeometry relative="1" as="geometry" />
        </mxCell>
        <mxCell id="ghDOItCZQycpmSH2Vc80-44" connectable="0" parent="ghDOItCZQycpmSH2Vc80-37" style="edgeLabel;html=1;align=center;verticalAlign=middle;resizable=0;points=[];" value="Да" vertex="1">
          <mxGeometry relative="1" x="1" as="geometry">
            <mxPoint x="-12" y="-10" as="offset" />
          </mxGeometry>
        </mxCell>
        <mxCell id="ghDOItCZQycpmSH2Vc80-43" edge="1" parent="1" source="ghDOItCZQycpmSH2Vc80-34" style="edgeStyle=orthogonalEdgeStyle;rounded=0;orthogonalLoop=1;jettySize=auto;html=1;">
          <mxGeometry relative="1" as="geometry">
            <Array as="points">
              <mxPoint x="462.5" y="110" />
              <mxPoint x="462.5" y="400" />
            </Array>
            <mxPoint x="562.5" y="400" as="targetPoint" />
          </mxGeometry>
        </mxCell>
        <mxCell id="ghDOItCZQycpmSH2Vc80-45" connectable="0" parent="ghDOItCZQycpmSH2Vc80-43" style="edgeLabel;html=1;align=center;verticalAlign=middle;resizable=0;points=[];" value="Нет" vertex="1">
          <mxGeometry relative="1" x="-0.5217" as="geometry">
            <mxPoint x="18" y="-79" as="offset" />
          </mxGeometry>
        </mxCell>
        <mxCell id="ghDOItCZQycpmSH2Vc80-34" parent="1" style="rhombus;whiteSpace=wrap;html=1;" value="g_v вершины положителен" vertex="1">
          <mxGeometry height="80" width="137.5" x="493.75" y="70" as="geometry" />
        </mxCell>
-         <mxCell id="ghDOItCZQycpmSH2Vc80-42" edge="1" parent="1" source="ghDOItCZQycpmSH2Vc80-38" style="edgeStyle=orthogonalEdgeStyle;rounded=0;orthogonalLoop=1;jettySize=auto;html=1;" target="ghDOItCZQycpmSH2Vc80-22">
+         <mxCell id="ghDOItCZQycpmSH2Vc80-42" edge="1" parent="1" source="ghDOItCZQycpmSH2Vc80-38" style="edgeStyle=orthogonalEdgeStyle;rounded=0;orthogonalLoop=1;jettySize=auto;html=1;endArrow=none;endFill=0;" target="ghDOItCZQycpmSH2Vc80-22">
          <mxGeometry relative="1" as="geometry" />
        </mxCell>
        <mxCell id="ghDOItCZQycpmSH2Vc80-38" parent="1" style="shape=loopLimit;whiteSpace=wrap;html=1;rotation=-180;" value="" vertex="1">
          <mxGeometry height="40" width="205" x="460" y="420" as="geometry" />
+         </mxCell>
+         <mxCell id="ROOWEym_pkz5i4MfZvqL-1" parent="1" style="text;html=1;whiteSpace=wrap;strokeColor=none;fillColor=none;align=center;verticalAlign=middle;rounded=0;" value="Конец цикла 1" vertex="1">
+           <mxGeometry height="30" width="93" x="516" y="485" as="geometry" />
+         </mxCell>
+         <mxCell id="ROOWEym_pkz5i4MfZvqL-2" parent="1" style="text;html=1;whiteSpace=wrap;strokeColor=none;fillColor=none;align=center;verticalAlign=middle;rounded=0;" value="Конец цикла 2" vertex="1">
+           <mxGeometry height="30" width="93" x="516" y="425" as="geometry" />
        </mxCell>
      </root>
    </mxGraphModel>
  </diagram>
  <diagram id="1RhSJXWNHz5p1_ODj_tk" name="request">
-     <mxGraphModel dx="826" dy="481" grid="1" gridSize="10" guides="1" tooltips="1" connect="1" arrows="1" fold="1" page="1" pageScale="1" pageWidth="850" pageHeight="1100" math="0" shadow="0">
+     <mxGraphModel dx="1181" dy="687" grid="1" gridSize="10" guides="1" tooltips="1" connect="1" arrows="1" fold="1" page="1" pageScale="1" pageWidth="850" pageHeight="1100" math="0" shadow="0">
      <root>
        <mxCell id="0" />
        <mxCell id="1" parent="0" />
-         <mxCell id="KkktWBA9i58HcsGdjGJ0-3" edge="1" parent="1" source="KkktWBA9i58HcsGdjGJ0-1" style="edgeStyle=orthogonalEdgeStyle;rounded=0;orthogonalLoop=1;jettySize=auto;html=1;" target="KkktWBA9i58HcsGdjGJ0-2" value="">
+         <mxCell id="KkktWBA9i58HcsGdjGJ0-3" edge="1" parent="1" source="KkktWBA9i58HcsGdjGJ0-1" style="edgeStyle=orthogonalEdgeStyle;rounded=0;orthogonalLoop=1;jettySize=auto;html=1;endArrow=none;endFill=0;" target="KkktWBA9i58HcsGdjGJ0-2" value="">
          <mxGeometry relative="1" as="geometry" />
        </mxCell>
        <mxCell id="KkktWBA9i58HcsGdjGJ0-1" parent="1" style="ellipse;whiteSpace=wrap;html=1;" value="Мастер" vertex="1">
          <mxGeometry height="80" width="120" x="80" y="130" as="geometry" />
        </mxCell>
-         <mxCell id="KkktWBA9i58HcsGdjGJ0-5" edge="1" parent="1" source="KkktWBA9i58HcsGdjGJ0-2" style="edgeStyle=orthogonalEdgeStyle;rounded=0;orthogonalLoop=1;jettySize=auto;html=1;" target="KkktWBA9i58HcsGdjGJ0-4" value="">
+         <mxCell id="KkktWBA9i58HcsGdjGJ0-5" edge="1" parent="1" source="KkktWBA9i58HcsGdjGJ0-2" style="edgeStyle=orthogonalEdgeStyle;rounded=0;orthogonalLoop=1;jettySize=auto;html=1;endArrow=none;endFill=0;" target="KkktWBA9i58HcsGdjGJ0-4" value="">
          <mxGeometry relative="1" as="geometry" />
        </mxCell>
        <mxCell id="KkktWBA9i58HcsGdjGJ0-2" parent="1" style="shape=parallelogram;perimeter=parallelogramPerimeter;whiteSpace=wrap;html=1;fixedSize=1;" value="Получение&lt;div&gt;начальной&amp;nbsp;&lt;span style=&quot;background-color: transparent; color: light-dark(rgb(0, 0, 0), rgb(255, 255, 255));&quot;&gt;и конечной вершины&lt;/span&gt;&lt;/div&gt;" vertex="1">
          <mxGeometry height="60" width="160" x="60" y="240" as="geometry" />
        </mxCell>
-         <mxCell id="KkktWBA9i58HcsGdjGJ0-11" edge="1" parent="1" source="s7uqrPhFMSeB9bkh07x9-60" style="edgeStyle=orthogonalEdgeStyle;rounded=0;orthogonalLoop=1;jettySize=auto;html=1;" target="KkktWBA9i58HcsGdjGJ0-9" value="">
+         <mxCell id="KkktWBA9i58HcsGdjGJ0-11" edge="1" parent="1" source="s7uqrPhFMSeB9bkh07x9-60" style="edgeStyle=orthogonalEdgeStyle;rounded=0;orthogonalLoop=1;jettySize=auto;html=1;endArrow=none;endFill=0;" target="KkktWBA9i58HcsGdjGJ0-9" value="">
          <mxGeometry relative="1" as="geometry" />
        </mxCell>
        <mxCell id="KkktWBA9i58HcsGdjGJ0-4" parent="1" style="rounded=0;whiteSpace=wrap;html=1;" value="Запрос данных конечной вершины" vertex="1">
          <mxGeometry height="60" width="120" x="80" y="330" as="geometry" />
        </mxCell>
-         <mxCell id="KkktWBA9i58HcsGdjGJ0-13" edge="1" parent="1" source="KkktWBA9i58HcsGdjGJ0-9" style="edgeStyle=orthogonalEdgeStyle;rounded=0;orthogonalLoop=1;jettySize=auto;html=1;" target="KkktWBA9i58HcsGdjGJ0-12" value="">
+         <mxCell id="KkktWBA9i58HcsGdjGJ0-13" edge="1" parent="1" source="KkktWBA9i58HcsGdjGJ0-9" style="edgeStyle=orthogonalEdgeStyle;rounded=0;orthogonalLoop=1;jettySize=auto;html=1;endArrow=none;endFill=0;" target="KkktWBA9i58HcsGdjGJ0-12" value="">
          <mxGeometry relative="1" as="geometry" />
        </mxCell>
        <mxCell id="KkktWBA9i58HcsGdjGJ0-9" parent="1" style="shape=parallelogram;perimeter=parallelogramPerimeter;whiteSpace=wrap;html=1;fixedSize=1;" value="Получение&lt;div&gt;&lt;span style=&quot;background-color: transparent; color: light-dark(rgb(0, 0, 0), rgb(255, 255, 255));&quot;&gt;всех фрагментов пути&lt;/span&gt;&lt;/div&gt;&lt;div&gt;&lt;span style=&quot;background-color: transparent; color: light-dark(rgb(0, 0, 0), rgb(255, 255, 255));&quot;&gt;от хранилищ&lt;/span&gt;&lt;/div&gt;" vertex="1">
-           <mxGeometry height="60" width="160" x="60" y="560" as="geometry" />
-         </mxCell>
-         <mxCell id="KkktWBA9i58HcsGdjGJ0-15" edge="1" parent="1" source="KkktWBA9i58HcsGdjGJ0-12" style="edgeStyle=orthogonalEdgeStyle;rounded=0;orthogonalLoop=1;jettySize=auto;html=1;" target="KkktWBA9i58HcsGdjGJ0-14" value="">
+           <mxGeometry height="60" width="160" x="60" y="565" as="geometry" />
+         </mxCell>
+         <mxCell id="KkktWBA9i58HcsGdjGJ0-15" edge="1" parent="1" source="KkktWBA9i58HcsGdjGJ0-12" style="edgeStyle=orthogonalEdgeStyle;rounded=0;orthogonalLoop=1;jettySize=auto;html=1;endArrow=none;endFill=0;" target="KkktWBA9i58HcsGdjGJ0-14" value="">
          <mxGeometry relative="1" as="geometry" />
        </mxCell>
        <mxCell id="KkktWBA9i58HcsGdjGJ0-12" parent="1" style="rounded=0;whiteSpace=wrap;html=1;" value="Совмещение фрагментов в&lt;div&gt;целый путь&lt;/div&gt;" vertex="1">
-           <mxGeometry height="60" width="120" x="80" y="650" as="geometry" />
-         </mxCell>
-         <mxCell id="KkktWBA9i58HcsGdjGJ0-17" edge="1" parent="1" source="KkktWBA9i58HcsGdjGJ0-14" style="edgeStyle=orthogonalEdgeStyle;rounded=0;orthogonalLoop=1;jettySize=auto;html=1;" target="KkktWBA9i58HcsGdjGJ0-16" value="">
+           <mxGeometry height="60" width="120" x="80" y="655" as="geometry" />
+         </mxCell>
+         <mxCell id="KkktWBA9i58HcsGdjGJ0-17" edge="1" parent="1" source="KkktWBA9i58HcsGdjGJ0-14" style="edgeStyle=orthogonalEdgeStyle;rounded=0;orthogonalLoop=1;jettySize=auto;html=1;endArrow=none;endFill=0;" target="KkktWBA9i58HcsGdjGJ0-16" value="">
          <mxGeometry relative="1" as="geometry" />
        </mxCell>
        <mxCell id="KkktWBA9i58HcsGdjGJ0-14" parent="1" style="rounded=0;whiteSpace=wrap;html=1;" value="Рассылка целого пути" vertex="1">
-           <mxGeometry height="60" width="120" x="80" y="730" as="geometry" />
+           <mxGeometry height="60" width="120" x="80" y="735" as="geometry" />
        </mxCell>
        <mxCell id="KkktWBA9i58HcsGdjGJ0-16" parent="1" style="ellipse;whiteSpace=wrap;html=1;" value="Возврат" vertex="1">
-           <mxGeometry height="80" width="120" x="80" y="820" as="geometry" />
-         </mxCell>
-         <mxCell id="KkktWBA9i58HcsGdjGJ0-20" edge="1" parent="1" source="KkktWBA9i58HcsGdjGJ0-18" style="edgeStyle=orthogonalEdgeStyle;rounded=0;orthogonalLoop=1;jettySize=auto;html=1;" target="KkktWBA9i58HcsGdjGJ0-19" value="">
+           <mxGeometry height="80" width="120" x="80" y="825" as="geometry" />
+         </mxCell>
+         <mxCell id="KkktWBA9i58HcsGdjGJ0-20" edge="1" parent="1" source="KkktWBA9i58HcsGdjGJ0-18" style="edgeStyle=orthogonalEdgeStyle;rounded=0;orthogonalLoop=1;jettySize=auto;html=1;endArrow=none;endFill=0;" target="KkktWBA9i58HcsGdjGJ0-19" value="">
          <mxGeometry relative="1" as="geometry" />
        </mxCell>
        <mxCell id="KkktWBA9i58HcsGdjGJ0-18" parent="1" style="ellipse;whiteSpace=wrap;html=1;" value="Хранилище" vertex="1">
          <mxGeometry height="80" width="120" x="370" y="149.94" as="geometry" />
        </mxCell>
-         <mxCell id="KkktWBA9i58HcsGdjGJ0-23" edge="1" parent="1" source="KkktWBA9i58HcsGdjGJ0-19" style="edgeStyle=orthogonalEdgeStyle;rounded=0;orthogonalLoop=1;jettySize=auto;html=1;" target="KkktWBA9i58HcsGdjGJ0-28" value="">
+         <mxCell id="KkktWBA9i58HcsGdjGJ0-23" edge="1" parent="1" source="KkktWBA9i58HcsGdjGJ0-19" style="edgeStyle=orthogonalEdgeStyle;rounded=0;orthogonalLoop=1;jettySize=auto;html=1;endArrow=none;endFill=0;" target="KkktWBA9i58HcsGdjGJ0-28" value="">
          <mxGeometry relative="1" as="geometry">
            <mxPoint x="430.02857142857147" y="329.9590476190477" as="targetPoint" />
          </mxGeometry>
        </mxCell>
        <mxCell id="KkktWBA9i58HcsGdjGJ0-19" parent="1" style="shape=parallelogram;perimeter=parallelogramPerimeter;whiteSpace=wrap;html=1;fixedSize=1;" value="Получение&lt;div&gt;запроса на поиск пути с данными конечной вершины&lt;/div&gt;" vertex="1">
          <mxGeometry height="60" width="160" x="350" y="249.94" as="geometry" />
        </mxCell>
-         <mxCell id="KkktWBA9i58HcsGdjGJ0-31" edge="1" parent="1" source="KkktWBA9i58HcsGdjGJ0-28" style="edgeStyle=orthogonalEdgeStyle;rounded=0;orthogonalLoop=1;jettySize=auto;html=1;" target="KkktWBA9i58HcsGdjGJ0-30" value="">
+         <mxCell id="KkktWBA9i58HcsGdjGJ0-31" edge="1" parent="1" source="KkktWBA9i58HcsGdjGJ0-28" style="edgeStyle=orthogonalEdgeStyle;rounded=0;orthogonalLoop=1;jettySize=auto;html=1;endArrow=none;endFill=0;" target="KkktWBA9i58HcsGdjGJ0-30" value="">
          <mxGeometry relative="1" as="geometry" />
        </mxCell>
        <mxCell id="s7uqrPhFMSeB9bkh07x9-62" connectable="0" parent="KkktWBA9i58HcsGdjGJ0-31" style="edgeLabel;html=1;align=center;verticalAlign=middle;resizable=0;points=[];" value="Да" vertex="1">
          <mxGeometry relative="1" x="0.2133" as="geometry">
            <mxPoint x="10" as="offset" />
          </mxGeometry>
        </mxCell>
        <mxCell id="s6gvlr1DT_FVdqPdgLXK-1" edge="1" parent="1" source="KkktWBA9i58HcsGdjGJ0-28" style="edgeStyle=orthogonalEdgeStyle;rounded=0;orthogonalLoop=1;jettySize=auto;html=1;endArrow=classic;endFill=1;" target="s6gvlr1DT_FVdqPdgLXK-3">
          <mxGeometry relative="1" as="geometry">
            <Array as="points">
              <mxPoint x="310" y="379.94" />
              <mxPoint x="310" y="379.94" />
            </Array>
            <mxPoint x="320" y="1219.94" as="targetPoint" />
          </mxGeometry>
        </mxCell>
        <mxCell id="s6gvlr1DT_FVdqPdgLXK-2" connectable="0" parent="s6gvlr1DT_FVdqPdgLXK-1" style="edgeLabel;html=1;align=center;verticalAlign=middle;resizable=0;points=[];" value="Нет" vertex="1">
          <mxGeometry relative="1" x="-0.9353" y="1" as="geometry">
            <mxPoint x="-19" y="-11" as="offset" />
          </mxGeometry>
        </mxCell>
        <mxCell id="KkktWBA9i58HcsGdjGJ0-28" parent="1" style="rhombus;whiteSpace=wrap;html=1;" value="Начальная вершина принадлежит&lt;div&gt;хранилищу?&lt;/div&gt;" vertex="1">
          <mxGeometry height="100" width="180" x="340" y="329.94" as="geometry" />
        </mxCell>
-         <mxCell id="s7uqrPhFMSeB9bkh07x9-65" edge="1" parent="1" source="KkktWBA9i58HcsGdjGJ0-30" style="edgeStyle=orthogonalEdgeStyle;rounded=0;orthogonalLoop=1;jettySize=auto;html=1;" target="s7uqrPhFMSeB9bkh07x9-2" value="">
+         <mxCell id="s7uqrPhFMSeB9bkh07x9-65" edge="1" parent="1" source="KkktWBA9i58HcsGdjGJ0-30" style="edgeStyle=orthogonalEdgeStyle;rounded=0;orthogonalLoop=1;jettySize=auto;html=1;endArrow=none;endFill=0;" target="s7uqrPhFMSeB9bkh07x9-2" value="">
          <mxGeometry relative="1" as="geometry" />
        </mxCell>
        <mxCell id="KkktWBA9i58HcsGdjGJ0-30" parent="1" style="rounded=0;whiteSpace=wrap;html=1;" value="Поиск фрагментов пути внутри хранилища пока не будет встречена вершина вне хранилища" vertex="1">
          <mxGeometry height="60" width="180" x="340" y="459.94" as="geometry" />
        </mxCell>
-         <mxCell id="s7uqrPhFMSeB9bkh07x9-11" edge="1" parent="1" source="KkktWBA9i58HcsGdjGJ0-32" style="edgeStyle=orthogonalEdgeStyle;rounded=0;orthogonalLoop=1;jettySize=auto;html=1;" target="s7uqrPhFMSeB9bkh07x9-1">
+         <mxCell id="s7uqrPhFMSeB9bkh07x9-11" edge="1" parent="1" source="KkktWBA9i58HcsGdjGJ0-32" style="edgeStyle=orthogonalEdgeStyle;rounded=0;orthogonalLoop=1;jettySize=auto;html=1;endArrow=none;endFill=0;" target="s7uqrPhFMSeB9bkh07x9-1">
          <mxGeometry relative="1" as="geometry" />
        </mxCell>
        <mxCell id="KkktWBA9i58HcsGdjGJ0-32" parent="1" style="rounded=0;whiteSpace=wrap;html=1;" value="Посылка запроса на поиск пути из вершины вне хранилища до конечной" vertex="1">
          <mxGeometry height="60" width="180" x="340" y="729.94" as="geometry" />
        </mxCell>
        <mxCell id="s7uqrPhFMSeB9bkh07x9-7" edge="1" parent="1" source="s7uqrPhFMSeB9bkh07x9-1" style="edgeStyle=orthogonalEdgeStyle;rounded=0;orthogonalLoop=1;jettySize=auto;html=1;" target="s7uqrPhFMSeB9bkh07x9-6" value="">
          <mxGeometry relative="1" as="geometry">
            <Array as="points">
              <mxPoint x="430" y="899.94" />
              <mxPoint x="540" y="899.94" />
              <mxPoint x="540" y="259.94" />
              <mxPoint x="740" y="259.94" />
            </Array>
          </mxGeometry>
        </mxCell>
        <mxCell id="s7uqrPhFMSeB9bkh07x9-1" parent="1" style="rounded=0;whiteSpace=wrap;html=1;" value="Ожидание поиска следующего фрагмента" vertex="1">
          <mxGeometry height="60" width="180" x="340" y="819.94" as="geometry" />
        </mxCell>
-         <mxCell id="s7uqrPhFMSeB9bkh07x9-66" edge="1" parent="1" source="s7uqrPhFMSeB9bkh07x9-2" style="edgeStyle=orthogonalEdgeStyle;rounded=0;orthogonalLoop=1;jettySize=auto;html=1;" target="s7uqrPhFMSeB9bkh07x9-4" value="">
+         <mxCell id="s7uqrPhFMSeB9bkh07x9-66" edge="1" parent="1" source="s7uqrPhFMSeB9bkh07x9-2" style="edgeStyle=orthogonalEdgeStyle;rounded=0;orthogonalLoop=1;jettySize=auto;html=1;endArrow=none;endFill=0;" target="s7uqrPhFMSeB9bkh07x9-4" value="">
          <mxGeometry relative="1" as="geometry" />
        </mxCell>
        <mxCell id="s7uqrPhFMSeB9bkh07x9-75" connectable="0" parent="s7uqrPhFMSeB9bkh07x9-66" style="edgeLabel;html=1;align=center;verticalAlign=middle;resizable=0;points=[];" value="Да" vertex="1">
          <mxGeometry relative="1" x="0.2633" y="2" as="geometry">
            <mxPoint x="12" y="5" as="offset" />
          </mxGeometry>
        </mxCell>
        <mxCell id="s7uqrPhFMSeB9bkh07x9-68" edge="1" parent="1" source="s7uqrPhFMSeB9bkh07x9-2" style="edgeStyle=orthogonalEdgeStyle;rounded=0;orthogonalLoop=1;jettySize=auto;html=1;endArrow=classic;endFill=1;" target="s6gvlr1DT_FVdqPdgLXK-6">
          <mxGeometry relative="1" as="geometry">
            <mxPoint x="320" y="659.94" as="targetPoint" />
          </mxGeometry>
        </mxCell>
        <mxCell id="s7uqrPhFMSeB9bkh07x9-74" connectable="0" parent="s7uqrPhFMSeB9bkh07x9-68" style="edgeLabel;html=1;align=center;verticalAlign=middle;resizable=0;points=[];" value="Нет" vertex="1">
          <mxGeometry relative="1" x="-0.8131" y="-1" as="geometry">
            <mxPoint x="-5" y="-14" as="offset" />
          </mxGeometry>
        </mxCell>
        <mxCell id="s7uqrPhFMSeB9bkh07x9-2" parent="1" style="rhombus;whiteSpace=wrap;html=1;" value="Фрагмент найден?" vertex="1">
          <mxGeometry height="50" width="180" x="340" y="549.94" as="geometry" />
        </mxCell>
-         <mxCell id="s7uqrPhFMSeB9bkh07x9-67" edge="1" parent="1" source="s7uqrPhFMSeB9bkh07x9-4" style="edgeStyle=orthogonalEdgeStyle;rounded=0;orthogonalLoop=1;jettySize=auto;html=1;" target="KkktWBA9i58HcsGdjGJ0-32">
+         <mxCell id="s7uqrPhFMSeB9bkh07x9-67" edge="1" parent="1" source="s7uqrPhFMSeB9bkh07x9-4" style="edgeStyle=orthogonalEdgeStyle;rounded=0;orthogonalLoop=1;jettySize=auto;html=1;endArrow=none;endFill=0;" target="KkktWBA9i58HcsGdjGJ0-32">
          <mxGeometry relative="1" as="geometry" />
        </mxCell>
        <mxCell id="s7uqrPhFMSeB9bkh07x9-76" connectable="0" parent="s7uqrPhFMSeB9bkh07x9-67" style="edgeLabel;html=1;align=center;verticalAlign=middle;resizable=0;points=[];" value="Да" vertex="1">
          <mxGeometry relative="1" x="0.6556" y="-1" as="geometry">
            <mxPoint x="11" y="-12" as="offset" />
          </mxGeometry>
        </mxCell>
        <mxCell id="s6gvlr1DT_FVdqPdgLXK-12" edge="1" parent="1" source="s7uqrPhFMSeB9bkh07x9-4" style="edgeStyle=orthogonalEdgeStyle;rounded=0;orthogonalLoop=1;jettySize=auto;html=1;" target="s6gvlr1DT_FVdqPdgLXK-10">
          <mxGeometry relative="1" as="geometry" />
        </mxCell>
        <mxCell id="s6gvlr1DT_FVdqPdgLXK-13" connectable="0" parent="s6gvlr1DT_FVdqPdgLXK-12" style="edgeLabel;html=1;align=center;verticalAlign=middle;resizable=0;points=[];" value="Нет" vertex="1">
          <mxGeometry relative="1" x="-0.551" y="-1" as="geometry">
            <mxPoint y="-9" as="offset" />
          </mxGeometry>
        </mxCell>
        <mxCell id="s7uqrPhFMSeB9bkh07x9-4" parent="1" style="rhombus;whiteSpace=wrap;html=1;" value="Была ли&lt;div&gt;встречена&amp;nbsp;&lt;span style=&quot;background-color: transparent; color: light-dark(rgb(0, 0, 0), rgb(255, 255, 255));&quot;&gt;вершина вне&lt;/span&gt;&lt;div&gt;хранилища?&lt;/div&gt;&lt;/div&gt;" vertex="1">
          <mxGeometry height="70" width="180" x="340" y="624.9399999999999" as="geometry" />
        </mxCell>
        <mxCell id="s7uqrPhFMSeB9bkh07x9-43" edge="1" parent="1" source="s7uqrPhFMSeB9bkh07x9-6" style="edgeStyle=orthogonalEdgeStyle;rounded=0;orthogonalLoop=1;jettySize=auto;html=1;" target="s7uqrPhFMSeB9bkh07x9-13">
          <mxGeometry relative="1" as="geometry">
            <Array as="points">
              <mxPoint x="630" y="334.94" />
            </Array>
          </mxGeometry>
        </mxCell>
        <mxCell id="s7uqrPhFMSeB9bkh07x9-50" connectable="0" parent="s7uqrPhFMSeB9bkh07x9-43" style="edgeLabel;html=1;align=center;verticalAlign=middle;resizable=0;points=[];" value="Нет" vertex="1">
          <mxGeometry relative="1" x="-0.7218" y="-2" as="geometry">
            <mxPoint x="5" y="-13" as="offset" />
          </mxGeometry>
        </mxCell>
        <mxCell id="s7uqrPhFMSeB9bkh07x9-44" edge="1" parent="1" source="s7uqrPhFMSeB9bkh07x9-6" style="edgeStyle=orthogonalEdgeStyle;rounded=0;orthogonalLoop=1;jettySize=auto;html=1;" target="s7uqrPhFMSeB9bkh07x9-27">
          <mxGeometry relative="1" as="geometry">
            <Array as="points">
              <mxPoint x="850" y="335" />
            </Array>
          </mxGeometry>
        </mxCell>
        <mxCell id="s7uqrPhFMSeB9bkh07x9-51" connectable="0" parent="s7uqrPhFMSeB9bkh07x9-44" style="edgeLabel;html=1;align=center;verticalAlign=middle;resizable=0;points=[];" value="Да" vertex="1">
          <mxGeometry relative="1" x="-0.5893" y="1" as="geometry">
            <mxPoint y="-14" as="offset" />
          </mxGeometry>
        </mxCell>
        <mxCell id="s7uqrPhFMSeB9bkh07x9-6" parent="1" style="rhombus;whiteSpace=wrap;html=1;" value="Следующий&lt;div&gt;фрагмент&lt;div&gt;найден?&lt;/div&gt;&lt;/div&gt;" vertex="1">
          <mxGeometry height="70" width="180" x="650" y="299.94" as="geometry" />
        </mxCell>
-         <mxCell id="s7uqrPhFMSeB9bkh07x9-54" edge="1" parent="1" source="s7uqrPhFMSeB9bkh07x9-13" style="edgeStyle=orthogonalEdgeStyle;rounded=0;orthogonalLoop=1;jettySize=auto;html=1;" target="s7uqrPhFMSeB9bkh07x9-36">
+         <mxCell id="s7uqrPhFMSeB9bkh07x9-54" edge="1" parent="1" source="s7uqrPhFMSeB9bkh07x9-13" style="edgeStyle=orthogonalEdgeStyle;rounded=0;orthogonalLoop=1;jettySize=auto;html=1;endArrow=none;endFill=0;" target="s7uqrPhFMSeB9bkh07x9-36">
          <mxGeometry relative="1" as="geometry">
            <Array as="points">
              <mxPoint x="630" y="619.94" />
              <mxPoint x="740" y="619.94" />
            </Array>
          </mxGeometry>
        </mxCell>
        <mxCell id="s7uqrPhFMSeB9bkh07x9-13" parent="1" style="rounded=0;whiteSpace=wrap;html=1;" value="Рассылка, что путь не найден" vertex="1">
          <mxGeometry height="50" width="110" x="580" y="454.94" as="geometry" />
        </mxCell>
-         <mxCell id="s7uqrPhFMSeB9bkh07x9-55" edge="1" parent="1" source="s7uqrPhFMSeB9bkh07x9-79" style="edgeStyle=orthogonalEdgeStyle;rounded=0;orthogonalLoop=1;jettySize=auto;html=1;" target="s7uqrPhFMSeB9bkh07x9-36">
+         <mxCell id="s7uqrPhFMSeB9bkh07x9-55" edge="1" parent="1" source="s7uqrPhFMSeB9bkh07x9-79" style="edgeStyle=orthogonalEdgeStyle;rounded=0;orthogonalLoop=1;jettySize=auto;html=1;endArrow=none;endFill=0;" target="s7uqrPhFMSeB9bkh07x9-36">
          <mxGeometry relative="1" as="geometry">
            <Array as="points">
              <mxPoint x="850" y="620" />
              <mxPoint x="740" y="620" />
            </Array>
          </mxGeometry>
        </mxCell>
        <mxCell id="s7uqrPhFMSeB9bkh07x9-27" parent="1" style="rounded=0;whiteSpace=wrap;html=1;" value="Рассылка найденного фрагмента" vertex="1">
          <mxGeometry height="50" width="110" x="790" y="390" as="geometry" />
        </mxCell>
        <mxCell id="s7uqrPhFMSeB9bkh07x9-36" parent="1" style="ellipse;whiteSpace=wrap;html=1;" value="Возврат" vertex="1">
          <mxGeometry height="80" width="120" x="680" y="679.94" as="geometry" />
        </mxCell>
-         <mxCell id="s7uqrPhFMSeB9bkh07x9-59" edge="1" parent="1" source="KkktWBA9i58HcsGdjGJ0-4" style="edgeStyle=orthogonalEdgeStyle;rounded=0;orthogonalLoop=1;jettySize=auto;html=1;" target="s7uqrPhFMSeB9bkh07x9-58" value="">
+         <mxCell id="s7uqrPhFMSeB9bkh07x9-59" edge="1" parent="1" source="KkktWBA9i58HcsGdjGJ0-4" style="edgeStyle=orthogonalEdgeStyle;rounded=0;orthogonalLoop=1;jettySize=auto;html=1;endArrow=none;endFill=0;" target="s7uqrPhFMSeB9bkh07x9-58" value="">
          <mxGeometry relative="1" as="geometry">
            <mxPoint x="140" y="390" as="sourcePoint" />
            <mxPoint x="140" y="510" as="targetPoint" />
          </mxGeometry>
        </mxCell>
        <mxCell id="s7uqrPhFMSeB9bkh07x9-58" parent="1" style="shape=parallelogram;perimeter=parallelogramPerimeter;whiteSpace=wrap;html=1;fixedSize=1;" value="Получение&lt;div&gt;данных конечной&lt;/div&gt;&lt;div&gt;вершины&lt;/div&gt;" vertex="1">
          <mxGeometry height="60" width="160" x="60" y="410" as="geometry" />
        </mxCell>
-         <mxCell id="s7uqrPhFMSeB9bkh07x9-61" edge="1" parent="1" source="s7uqrPhFMSeB9bkh07x9-58" style="edgeStyle=orthogonalEdgeStyle;rounded=0;orthogonalLoop=1;jettySize=auto;html=1;" target="s7uqrPhFMSeB9bkh07x9-60" value="">
+         <mxCell id="s7uqrPhFMSeB9bkh07x9-61" edge="1" parent="1" source="s7uqrPhFMSeB9bkh07x9-58" style="edgeStyle=orthogonalEdgeStyle;rounded=0;orthogonalLoop=1;jettySize=auto;html=1;endArrow=none;endFill=0;" target="s7uqrPhFMSeB9bkh07x9-60" value="">
          <mxGeometry relative="1" as="geometry">
            <mxPoint x="140" y="470" as="sourcePoint" />
            <mxPoint x="140" y="560" as="targetPoint" />
          </mxGeometry>
        </mxCell>
        <mxCell id="s7uqrPhFMSeB9bkh07x9-60" parent="1" style="rounded=0;whiteSpace=wrap;html=1;" value="Рассылка запроса на поиск пути с данными конечной вершины" vertex="1">
-           <mxGeometry height="60" width="120" x="80" y="485" as="geometry" />
-         </mxCell>
-         <mxCell id="s7uqrPhFMSeB9bkh07x9-78" edge="1" parent="1" source="s7uqrPhFMSeB9bkh07x9-27" style="edgeStyle=orthogonalEdgeStyle;rounded=0;orthogonalLoop=1;jettySize=auto;html=1;" target="s7uqrPhFMSeB9bkh07x9-77" value="">
+           <mxGeometry height="60" width="120" x="80" y="490" as="geometry" />
+         </mxCell>
+         <mxCell id="s7uqrPhFMSeB9bkh07x9-78" edge="1" parent="1" source="s7uqrPhFMSeB9bkh07x9-27" style="edgeStyle=orthogonalEdgeStyle;rounded=0;orthogonalLoop=1;jettySize=auto;html=1;endArrow=none;endFill=0;" target="s7uqrPhFMSeB9bkh07x9-77" value="">
          <mxGeometry relative="1" as="geometry">
            <Array as="points">
              <mxPoint x="850" y="450" />
              <mxPoint x="850" y="450" />
            </Array>
            <mxPoint x="845" y="450" as="sourcePoint" />
            <mxPoint x="730" y="620" as="targetPoint" />
          </mxGeometry>
        </mxCell>
        <mxCell id="s7uqrPhFMSeB9bkh07x9-77" parent="1" style="rounded=0;whiteSpace=wrap;html=1;" value="Ожидание целого пути" vertex="1">
          <mxGeometry height="40" width="110" x="790" y="460" as="geometry" />
        </mxCell>
-         <mxCell id="gmxJl_C1VjGjzA_TtkaB-1" edge="1" parent="1" source="s7uqrPhFMSeB9bkh07x9-77" style="edgeStyle=orthogonalEdgeStyle;rounded=0;orthogonalLoop=1;jettySize=auto;html=1;" target="s7uqrPhFMSeB9bkh07x9-79" value="">
+         <mxCell id="gmxJl_C1VjGjzA_TtkaB-1" edge="1" parent="1" source="s7uqrPhFMSeB9bkh07x9-77" style="edgeStyle=orthogonalEdgeStyle;rounded=0;orthogonalLoop=1;jettySize=auto;html=1;endArrow=none;endFill=0;" target="s7uqrPhFMSeB9bkh07x9-79" value="">
          <mxGeometry relative="1" as="geometry">
            <Array as="points">
              <mxPoint x="850" y="510" />
              <mxPoint x="850" y="510" />
            </Array>
            <mxPoint x="845" y="500" as="sourcePoint" />
            <mxPoint x="730" y="670" as="targetPoint" />
          </mxGeometry>
        </mxCell>
        <mxCell id="s7uqrPhFMSeB9bkh07x9-79" parent="1" style="rounded=0;whiteSpace=wrap;html=1;" value="Модификация запросных весов вершин найденного пути" vertex="1">
          <mxGeometry height="60" width="110" x="790" y="520" as="geometry" />
        </mxCell>
        <mxCell id="s6gvlr1DT_FVdqPdgLXK-3" parent="1" style="ellipse;whiteSpace=wrap;html=1;aspect=fixed;" value="А" vertex="1">
          <mxGeometry height="40" width="40" x="260" y="359.94" as="geometry" />
        </mxCell>
        <mxCell id="s6gvlr1DT_FVdqPdgLXK-5" edge="1" parent="1" source="s6gvlr1DT_FVdqPdgLXK-4" style="edgeStyle=orthogonalEdgeStyle;rounded=0;orthogonalLoop=1;jettySize=auto;html=1;">
          <mxGeometry relative="1" as="geometry">
            <Array as="points">
              <mxPoint x="670" y="640" />
              <mxPoint x="670" y="640" />
            </Array>
            <mxPoint x="740" y="640" as="targetPoint" />
          </mxGeometry>
        </mxCell>
        <mxCell id="s6gvlr1DT_FVdqPdgLXK-4" parent="1" style="ellipse;whiteSpace=wrap;html=1;aspect=fixed;" value="А" vertex="1">
          <mxGeometry height="40" width="40" x="570" y="620" as="geometry" />
        </mxCell>
        <mxCell id="s6gvlr1DT_FVdqPdgLXK-6" parent="1" style="ellipse;whiteSpace=wrap;html=1;aspect=fixed;" value="Б" vertex="1">
          <mxGeometry height="40" width="40" x="270" y="554.94" as="geometry" />
        </mxCell>
        <mxCell id="s6gvlr1DT_FVdqPdgLXK-8" edge="1" parent="1" source="s6gvlr1DT_FVdqPdgLXK-7" style="edgeStyle=orthogonalEdgeStyle;rounded=0;orthogonalLoop=1;jettySize=auto;html=1;">
          <mxGeometry relative="1" as="geometry">
            <mxPoint x="630" y="399.94" as="targetPoint" />
          </mxGeometry>
        </mxCell>
        <mxCell id="s6gvlr1DT_FVdqPdgLXK-7" parent="1" style="ellipse;whiteSpace=wrap;html=1;aspect=fixed;" value="Б" vertex="1">
          <mxGeometry height="40" width="40" x="570" y="379.94" as="geometry" />
        </mxCell>
        <mxCell id="s6gvlr1DT_FVdqPdgLXK-10" parent="1" style="ellipse;whiteSpace=wrap;html=1;aspect=fixed;" value="В" vertex="1">
          <mxGeometry height="40" width="40" x="270" y="639.94" as="geometry" />
        </mxCell>
        <mxCell id="s6gvlr1DT_FVdqPdgLXK-16" edge="1" parent="1" source="s6gvlr1DT_FVdqPdgLXK-14" style="rounded=0;orthogonalLoop=1;jettySize=auto;html=1;edgeStyle=orthogonalEdgeStyle;">
          <mxGeometry relative="1" as="geometry">
            <mxPoint x="850" y="350" as="targetPoint" />
          </mxGeometry>
        </mxCell>
        <mxCell id="s6gvlr1DT_FVdqPdgLXK-14" parent="1" style="ellipse;whiteSpace=wrap;html=1;aspect=fixed;" value="В" vertex="1">
          <mxGeometry height="40" width="40" x="880" y="329.94" as="geometry" />
        </mxCell>
      </root>
    </mxGraphModel>
  </diagram>
  <diagram id="VWj1-MUBttgq8X0KklPg" name="nested-dict">
    <mxGraphModel dx="1008" dy="587" grid="1" gridSize="10" guides="1" tooltips="1" connect="1" arrows="1" fold="1" page="1" pageScale="1" pageWidth="850" pageHeight="1100" math="0" shadow="0">
      <root>
        <mxCell id="0" />
        <mxCell id="1" parent="0" />
        <mxCell id="2jiulnBa1Gjw_Hed23ZD-9" parent="1" style="rounded=0;whiteSpace=wrap;html=1;fillColor=none;dashed=1;dashPattern=8 4 1 4;" value="" vertex="1">
          <mxGeometry height="160" width="110" x="120" y="320" as="geometry" />
        </mxCell>
        <mxCell id="2jiulnBa1Gjw_Hed23ZD-17" parent="1" style="rounded=0;whiteSpace=wrap;html=1;fillColor=none;" value="" vertex="1">
          <mxGeometry height="195" width="310" x="260" y="285" as="geometry" />
        </mxCell>
        <mxCell id="2jiulnBa1Gjw_Hed23ZD-3" parent="1" style="text;html=1;whiteSpace=wrap;strokeColor=none;fillColor=none;align=center;verticalAlign=middle;rounded=0;" value="Хранилище 1" vertex="1">
          <mxGeometry height="30" width="90" x="130" y="330" as="geometry" />
        </mxCell>
        <mxCell id="2jiulnBa1Gjw_Hed23ZD-4" parent="1" style="text;html=1;whiteSpace=wrap;strokeColor=none;fillColor=none;align=center;verticalAlign=middle;rounded=0;" value="Хранилище k-1" vertex="1">
          <mxGeometry height="30" width="90" x="130" y="367.5" as="geometry" />
        </mxCell>
        <mxCell id="2jiulnBa1Gjw_Hed23ZD-5" parent="1" style="text;html=1;whiteSpace=wrap;strokeColor=none;fillColor=none;align=center;verticalAlign=middle;rounded=0;" value="Хранилище n" vertex="1">
          <mxGeometry height="30" width="90" x="130" y="440" as="geometry" />
        </mxCell>
        <mxCell id="2jiulnBa1Gjw_Hed23ZD-6" parent="1" style="text;html=1;whiteSpace=wrap;strokeColor=none;fillColor=none;align=center;verticalAlign=middle;rounded=0;" value="Хранилище k+1" vertex="1">
          <mxGeometry height="30" width="90" x="130" y="400" as="geometry" />
        </mxCell>
        <mxCell id="2jiulnBa1Gjw_Hed23ZD-7" edge="1" parent="1" source="2jiulnBa1Gjw_Hed23ZD-4" style="endArrow=none;dashed=1;html=1;dashPattern=1 3;strokeWidth=2;rounded=0;" target="2jiulnBa1Gjw_Hed23ZD-3" value="">
          <mxGeometry height="50" relative="1" width="50" as="geometry">
            <mxPoint x="-60" y="420" as="sourcePoint" />
            <mxPoint x="-10" y="370" as="targetPoint" />
          </mxGeometry>
        </mxCell>
        <mxCell id="2jiulnBa1Gjw_Hed23ZD-8" edge="1" parent="1" source="2jiulnBa1Gjw_Hed23ZD-6" style="endArrow=none;dashed=1;html=1;dashPattern=1 3;strokeWidth=2;rounded=0;" target="2jiulnBa1Gjw_Hed23ZD-5" value="">
          <mxGeometry height="50" relative="1" width="50" as="geometry">
            <mxPoint x="170" y="340" as="sourcePoint" />
            <mxPoint x="170" y="330" as="targetPoint" />
          </mxGeometry>
        </mxCell>
        <mxCell id="2jiulnBa1Gjw_Hed23ZD-10" parent="1" style="rounded=0;whiteSpace=wrap;html=1;dashed=1;fillColor=none;dashPattern=8 4 1 4;" value="" vertex="1">
          <mxGeometry height="140" width="80" x="270" y="330" as="geometry" />
        </mxCell>
        <mxCell id="2jiulnBa1Gjw_Hed23ZD-12" parent="1" style="text;html=1;whiteSpace=wrap;strokeColor=none;fillColor=none;align=center;verticalAlign=middle;rounded=0;" value="Вершина 1" vertex="1">
          <mxGeometry height="30" width="80" x="270" y="330" as="geometry" />
        </mxCell>
        <mxCell id="2jiulnBa1Gjw_Hed23ZD-13" parent="1" style="text;html=1;whiteSpace=wrap;strokeColor=none;fillColor=none;align=center;verticalAlign=middle;rounded=0;" value="Вершина l" vertex="1">
          <mxGeometry height="30" width="80" x="270" y="440" as="geometry" />
        </mxCell>
        <mxCell id="2jiulnBa1Gjw_Hed23ZD-14" edge="1" parent="1" source="2jiulnBa1Gjw_Hed23ZD-13" style="endArrow=none;dashed=1;html=1;dashPattern=1 3;strokeWidth=2;rounded=0;" target="2jiulnBa1Gjw_Hed23ZD-12" value="">
          <mxGeometry height="50" relative="1" width="50" as="geometry">
            <mxPoint x="330" y="450" as="sourcePoint" />
            <mxPoint x="380" y="400" as="targetPoint" />
          </mxGeometry>
        </mxCell>
        <mxCell id="2jiulnBa1Gjw_Hed23ZD-18" parent="1" style="rounded=0;whiteSpace=wrap;html=1;fillColor=none;" value="" vertex="1">
          <mxGeometry height="180" width="190" x="370" y="290" as="geometry" />
        </mxCell>
        <mxCell id="2jiulnBa1Gjw_Hed23ZD-19" parent="1" style="text;html=1;whiteSpace=wrap;strokeColor=none;fillColor=none;align=center;verticalAlign=middle;rounded=0;" value="Вершины хранилища k" vertex="1">
          <mxGeometry height="30" width="80" x="270" y="290" as="geometry" />
        </mxCell>
        <mxCell id="2jiulnBa1Gjw_Hed23ZD-22" parent="1" style="text;html=1;whiteSpace=wrap;strokeColor=none;fillColor=none;align=center;verticalAlign=middle;rounded=0;" value="Вершины, в которые есть исходящие рёбра" vertex="1">
          <mxGeometry height="30" width="110" x="120" y="280" as="geometry" />
        </mxCell>
        <mxCell id="2jiulnBa1Gjw_Hed23ZD-23" parent="1" style="rounded=0;whiteSpace=wrap;html=1;dashed=1;fillColor=none;dashPattern=8 4 1 4;" value="" vertex="1">
          <mxGeometry height="130" width="80" x="380" y="330" as="geometry" />
        </mxCell>
        <mxCell id="2jiulnBa1Gjw_Hed23ZD-24" parent="1" style="text;html=1;whiteSpace=wrap;strokeColor=none;fillColor=none;align=center;verticalAlign=middle;rounded=0;" value="Вершины вне хранилища k" vertex="1">
          <mxGeometry height="30" width="80" x="380" y="290" as="geometry" />
        </mxCell>
        <mxCell id="2jiulnBa1Gjw_Hed23ZD-25" parent="1" style="rounded=0;whiteSpace=wrap;html=1;fillColor=none;" value="" vertex="1">
          <mxGeometry height="130" width="80" x="470" y="330" as="geometry" />
        </mxCell>
        <mxCell id="2jiulnBa1Gjw_Hed23ZD-26" parent="1" style="text;html=1;whiteSpace=wrap;strokeColor=none;fillColor=none;align=center;verticalAlign=middle;rounded=0;" value="Вершина 1" vertex="1">
          <mxGeometry height="30" width="80" x="380" y="330" as="geometry" />
        </mxCell>
        <mxCell id="2jiulnBa1Gjw_Hed23ZD-27" parent="1" style="text;html=1;whiteSpace=wrap;strokeColor=none;fillColor=none;align=center;verticalAlign=middle;rounded=0;" value="Вершина s" vertex="1">
          <mxGeometry height="30" width="80" x="380" y="430" as="geometry" />
        </mxCell>
        <mxCell id="2jiulnBa1Gjw_Hed23ZD-28" edge="1" parent="1" source="2jiulnBa1Gjw_Hed23ZD-27" style="endArrow=none;dashed=1;html=1;dashPattern=1 3;strokeWidth=2;rounded=0;" target="2jiulnBa1Gjw_Hed23ZD-26" value="">
          <mxGeometry height="50" relative="1" width="50" as="geometry">
            <mxPoint x="440" y="440" as="sourcePoint" />
            <mxPoint x="490" y="390" as="targetPoint" />
          </mxGeometry>
        </mxCell>
        <mxCell id="2jiulnBa1Gjw_Hed23ZD-29" parent="1" style="text;html=1;whiteSpace=wrap;strokeColor=none;fillColor=none;align=center;verticalAlign=middle;rounded=0;" value="Рёбра вне хранилища" vertex="1">
          <mxGeometry height="30" width="80" x="470" y="290" as="geometry" />
        </mxCell>
        <mxCell id="2jiulnBa1Gjw_Hed23ZD-30" parent="1" style="text;html=1;whiteSpace=wrap;strokeColor=none;fillColor=none;align=center;verticalAlign=middle;rounded=0;" value="Ребро 1" vertex="1">
          <mxGeometry height="30" width="80" x="470" y="330" as="geometry" />
        </mxCell>
        <mxCell id="2jiulnBa1Gjw_Hed23ZD-31" parent="1" style="text;html=1;whiteSpace=wrap;strokeColor=none;fillColor=none;align=center;verticalAlign=middle;rounded=0;" value="Ребро&amp;nbsp;s" vertex="1">
          <mxGeometry height="30" width="80" x="470" y="430" as="geometry" />
        </mxCell>
        <mxCell id="2jiulnBa1Gjw_Hed23ZD-32" edge="1" parent="1" source="2jiulnBa1Gjw_Hed23ZD-31" style="endArrow=none;dashed=1;html=1;dashPattern=1 3;strokeWidth=2;rounded=0;" target="2jiulnBa1Gjw_Hed23ZD-30" value="">
          <mxGeometry height="50" relative="1" width="50" as="geometry">
            <mxPoint x="530" y="440" as="sourcePoint" />
            <mxPoint x="580" y="390" as="targetPoint" />
          </mxGeometry>
        </mxCell>
        <mxCell id="2jiulnBa1Gjw_Hed23ZD-33" parent="1" style="rounded=0;whiteSpace=wrap;html=1;fillColor=none;dashed=1;dashPattern=8 4 1 4;" value="Ключи" vertex="1">
          <mxGeometry height="30" width="60" x="580" y="285" as="geometry" />
        </mxCell>
        <mxCell id="2jiulnBa1Gjw_Hed23ZD-34" parent="1" style="rounded=0;whiteSpace=wrap;html=1;fillColor=none;" value="Значения" vertex="1">
          <mxGeometry height="30" width="60" x="580" y="330" as="geometry" />
        </mxCell>
      </root>
    </mxGraphModel>
  </diagram>
</mxfile>
